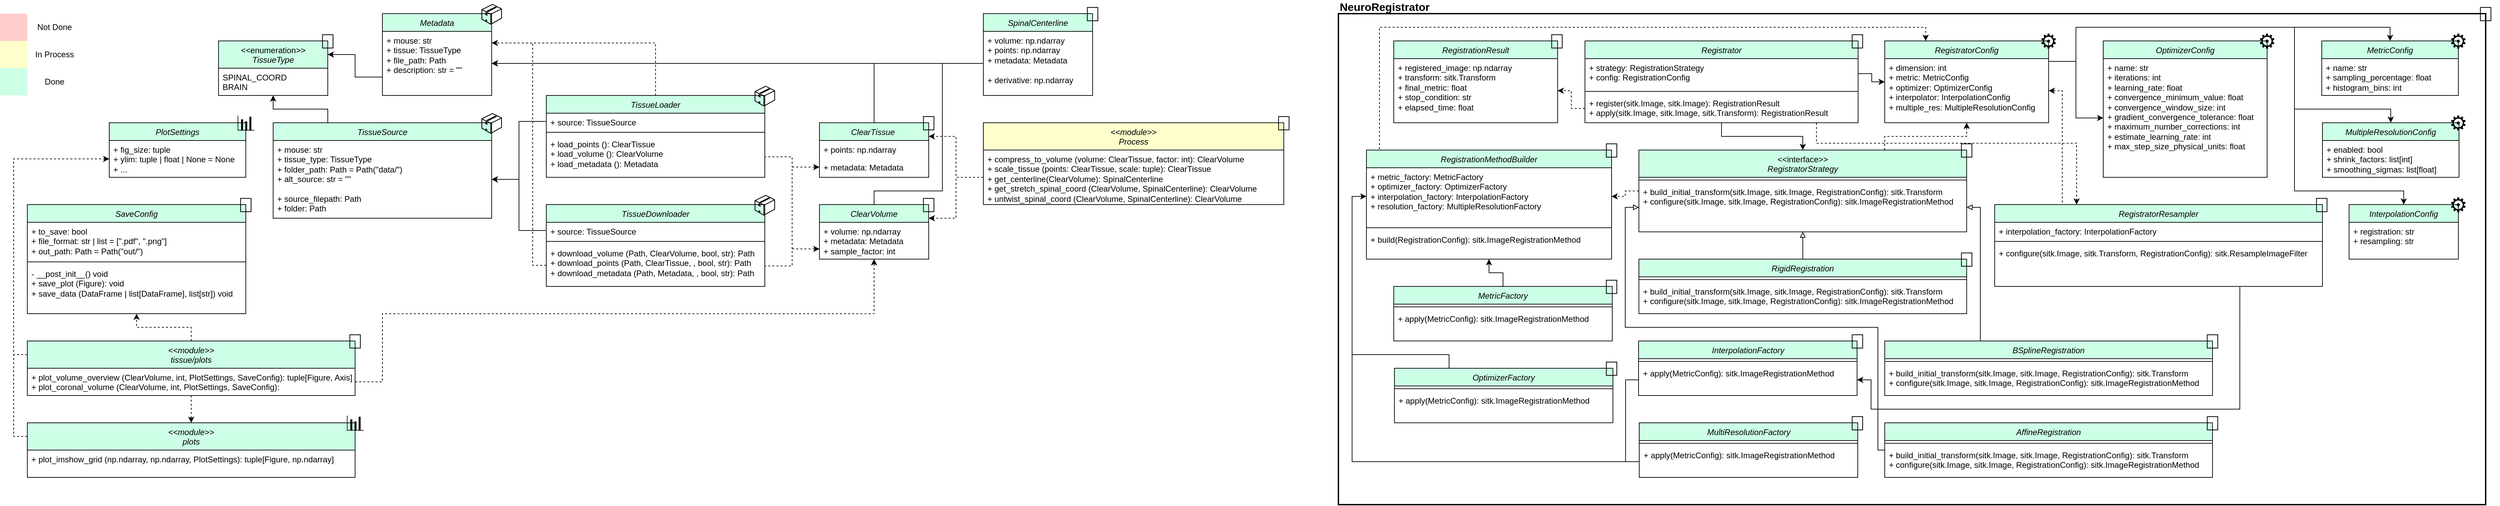
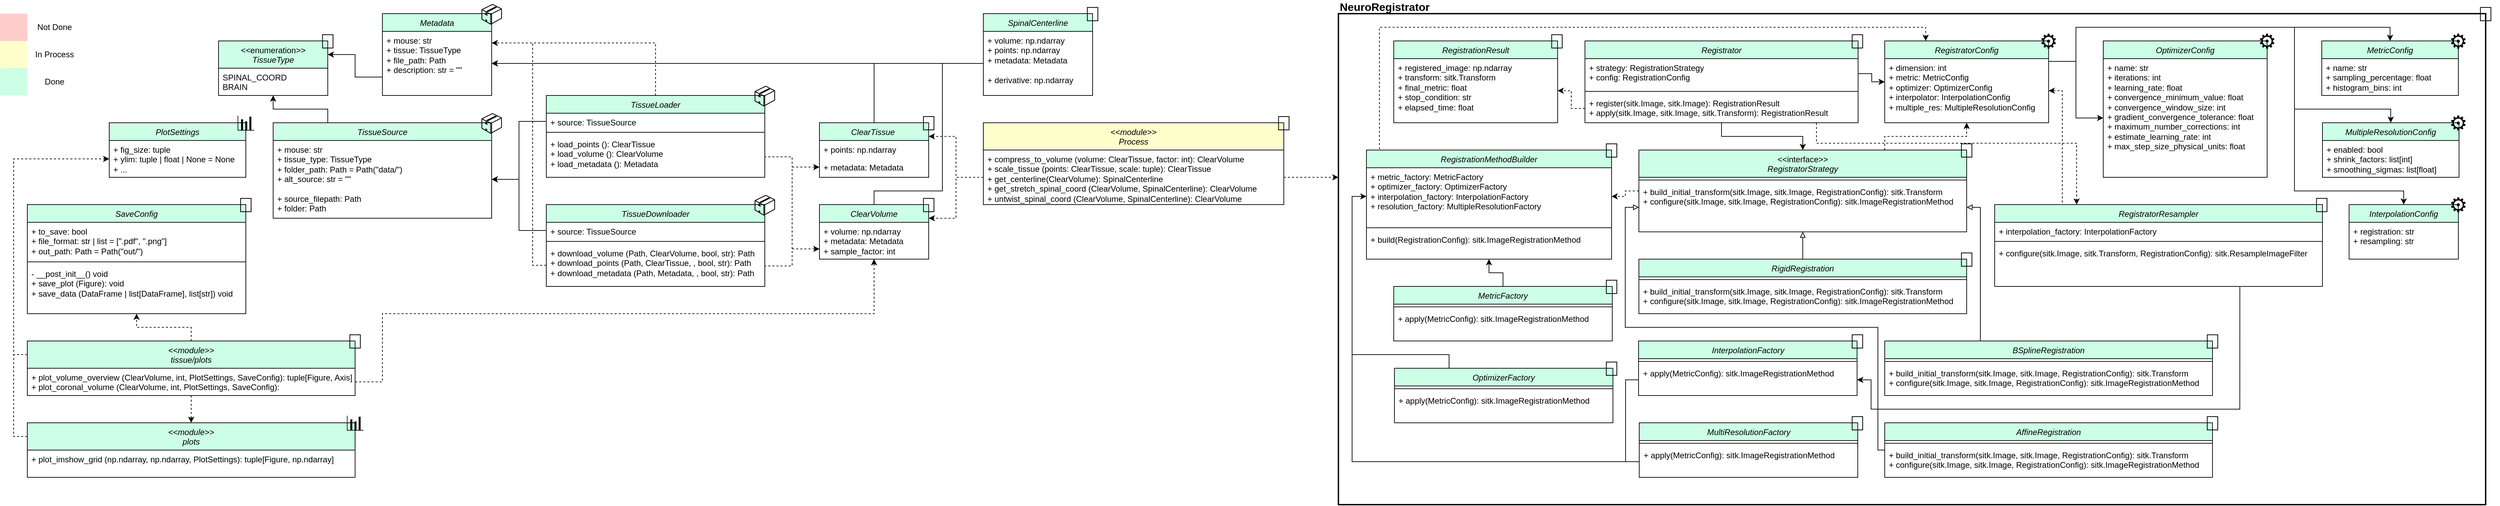
<mxfile host="Electron" agent="Mozilla/5.0 (Macintosh; Intel Mac OS X 10_15_7) AppleWebKit/537.36 (KHTML, like Gecko) draw.io/29.6.1 Chrome/142.0.7444.265 Electron/39.8.0 Safari/537.36" version="29.6.1">
  <diagram id="C5RBs43oDa-KdzZeNtuy" name="Page-1">
-     <mxGraphModel dx="2480" dy="1018" grid="1" gridSize="10" guides="1" tooltips="1" connect="1" arrows="1" fold="1" page="1" pageScale="1" pageWidth="827" pageHeight="1169" background="#FFFFFF" math="0" shadow="0">
+     <mxGraphModel dx="2204" dy="848" grid="1" gridSize="10" guides="1" tooltips="1" connect="1" arrows="1" fold="1" page="1" pageScale="1" pageWidth="827" pageHeight="1169" background="#FFFFFF" math="0" shadow="0">
      <root>
        <mxCell id="WIyWlLk6GJQsqaUBKTNV-0" />
        <mxCell id="WIyWlLk6GJQsqaUBKTNV-1" parent="WIyWlLk6GJQsqaUBKTNV-0" />
        <mxCell id="6p2dsxlrPh96HhOibHx7-169" parent="WIyWlLk6GJQsqaUBKTNV-1" style="rounded=0;whiteSpace=wrap;html=1;fillColor=none;strokeWidth=2;movable=0;resizable=0;rotatable=0;deletable=0;editable=0;locked=1;connectable=0;" value="" vertex="1">
          <mxGeometry height="720" width="1680" x="1160" y="40" as="geometry" />
        </mxCell>
        <mxCell id="VM2PziwSYxVi0D9SSNG6-13" parent="WIyWlLk6GJQsqaUBKTNV-1" style="swimlane;fontStyle=1;align=center;verticalAlign=top;childLayout=stackLayout;horizontal=1;startSize=26;horizontalStack=0;resizeParent=1;resizeParentMax=0;resizeLast=0;collapsible=1;marginBottom=0;whiteSpace=wrap;html=1;fillColor=light-dark(#CCFFE6,#1F2F1E);" value="&lt;div&gt;&lt;span style=&quot;font-weight: 400;&quot;&gt;&lt;i&gt;ClearVolume&lt;/i&gt;&lt;/span&gt;&lt;/div&gt;" vertex="1">
          <mxGeometry height="80" width="160" x="400" y="320" as="geometry" />
        </mxCell>
        <mxCell id="VM2PziwSYxVi0D9SSNG6-14" parent="VM2PziwSYxVi0D9SSNG6-13" style="text;strokeColor=none;fillColor=none;align=left;verticalAlign=top;spacingLeft=4;spacingRight=4;overflow=hidden;rotatable=0;points=[[0,0.5],[1,0.5]];portConstraint=eastwest;whiteSpace=wrap;html=1;" value="+ volume: np.ndarray&lt;div&gt;+ metadata: Metadata&lt;/div&gt;&lt;div&gt;&lt;font style=&quot;color: rgb(0, 0, 0);&quot;&gt;+ sample_factor: int&lt;/font&gt;&lt;/div&gt;" vertex="1">
          <mxGeometry height="54" width="160" y="26" as="geometry" />
        </mxCell>
        <mxCell id="9kSy1MCf90ZuvKtcXz_z-16" parent="WIyWlLk6GJQsqaUBKTNV-1" style="swimlane;fontStyle=1;align=center;verticalAlign=top;childLayout=stackLayout;horizontal=1;startSize=26;horizontalStack=0;resizeParent=1;resizeParentMax=0;resizeLast=0;collapsible=1;marginBottom=0;whiteSpace=wrap;html=1;fillColor=#CCFFE6;" value="&lt;i style=&quot;font-weight: normal;&quot;&gt;TissueDownloader&lt;/i&gt;" vertex="1">
          <mxGeometry height="120" width="320" y="320" as="geometry" />
        </mxCell>
        <mxCell id="9kSy1MCf90ZuvKtcXz_z-17" parent="9kSy1MCf90ZuvKtcXz_z-16" style="text;strokeColor=none;fillColor=none;align=left;verticalAlign=top;spacingLeft=4;spacingRight=4;overflow=hidden;rotatable=0;points=[[0,0.5],[1,0.5]];portConstraint=eastwest;whiteSpace=wrap;html=1;" value="+ source: TissueSource" vertex="1">
          <mxGeometry height="24" width="320" y="26" as="geometry" />
        </mxCell>
        <mxCell id="9kSy1MCf90ZuvKtcXz_z-18" parent="9kSy1MCf90ZuvKtcXz_z-16" style="line;strokeWidth=1;fillColor=none;align=left;verticalAlign=middle;spacingTop=-1;spacingLeft=3;spacingRight=3;rotatable=0;labelPosition=right;points=[];portConstraint=eastwest;strokeColor=inherit;" value="" vertex="1">
          <mxGeometry height="8" width="320" y="50" as="geometry" />
        </mxCell>
        <mxCell id="9kSy1MCf90ZuvKtcXz_z-59" edge="1" parent="9kSy1MCf90ZuvKtcXz_z-16" source="9kSy1MCf90ZuvKtcXz_z-19" style="edgeStyle=orthogonalEdgeStyle;rounded=0;orthogonalLoop=1;jettySize=auto;html=1;exitX=0;exitY=0.5;exitDx=0;exitDy=0;endArrow=none;endFill=0;dashed=1;">
          <mxGeometry relative="1" as="geometry">
            <mxPoint x="-20" y="-237" as="targetPoint" />
          </mxGeometry>
        </mxCell>
        <mxCell id="9kSy1MCf90ZuvKtcXz_z-19" parent="9kSy1MCf90ZuvKtcXz_z-16" style="text;strokeColor=none;fillColor=none;align=left;verticalAlign=top;spacingLeft=4;spacingRight=4;overflow=hidden;rotatable=0;points=[[0,0.5],[1,0.5]];portConstraint=eastwest;whiteSpace=wrap;html=1;" value="&lt;div&gt;&lt;span style=&quot;background-color: transparent; color: light-dark(rgb(0, 0, 0), rgb(255, 255, 255));&quot;&gt;+ download_volume (Path, ClearVolume, bool, str): Path&lt;/span&gt;&lt;/div&gt;&lt;div&gt;+ download_points (Path, ClearTissue,&amp;nbsp;&lt;span style=&quot;background-color: transparent; color: light-dark(rgb(0, 0, 0), rgb(255, 255, 255));&quot;&gt;, bool, str&lt;/span&gt;&lt;span style=&quot;background-color: transparent; color: light-dark(rgb(0, 0, 0), rgb(255, 255, 255));&quot;&gt;): Path&lt;/span&gt;&lt;/div&gt;&lt;div&gt;+ download_metadata (Path, Metadata,&amp;nbsp;&lt;span style=&quot;color: light-dark(rgb(0, 0, 0), rgb(255, 255, 255)); background-color: transparent;&quot;&gt;, bool, str&lt;/span&gt;&lt;span style=&quot;color: light-dark(rgb(0, 0, 0), rgb(255, 255, 255)); background-color: transparent;&quot;&gt;): Path&lt;/span&gt;&lt;span style=&quot;background-color: transparent; color: light-dark(rgb(0, 0, 0), rgb(255, 255, 255));&quot;&gt;&lt;/span&gt;&lt;/div&gt;" vertex="1">
          <mxGeometry height="62" width="320" y="58" as="geometry" />
        </mxCell>
        <mxCell id="9kSy1MCf90ZuvKtcXz_z-25" edge="1" parent="WIyWlLk6GJQsqaUBKTNV-1" source="9kSy1MCf90ZuvKtcXz_z-7" style="edgeStyle=orthogonalEdgeStyle;rounded=0;orthogonalLoop=1;jettySize=auto;html=1;exitX=0;exitY=0.25;exitDx=0;exitDy=0;entryX=0;entryY=0.5;entryDx=0;entryDy=0;dashed=1;" target="KJ-KwieZcmjA-HbrrtZJ-34">
          <mxGeometry relative="1" as="geometry" />
        </mxCell>
        <mxCell id="9kSy1MCf90ZuvKtcXz_z-7" parent="WIyWlLk6GJQsqaUBKTNV-1" style="swimlane;fontStyle=1;align=center;verticalAlign=top;childLayout=stackLayout;horizontal=1;startSize=40;horizontalStack=0;resizeParent=1;resizeParentMax=0;resizeLast=0;collapsible=1;marginBottom=0;whiteSpace=wrap;html=1;fillColor=#CCFFE6;" value="&lt;div&gt;&lt;i style=&quot;font-weight: normal;&quot;&gt;&amp;lt;&amp;lt;module&amp;gt;&amp;gt;&lt;/i&gt;&lt;i style=&quot;font-weight: normal;&quot;&gt;&lt;/i&gt;&lt;/div&gt;&lt;i style=&quot;font-weight: normal;&quot;&gt;plots&lt;/i&gt;" vertex="1">
          <mxGeometry height="80" width="480" x="-760" y="640" as="geometry" />
        </mxCell>
        <mxCell id="9kSy1MCf90ZuvKtcXz_z-8" parent="9kSy1MCf90ZuvKtcXz_z-7" style="text;strokeColor=none;fillColor=none;align=left;verticalAlign=top;spacingLeft=4;spacingRight=4;overflow=hidden;rotatable=0;points=[[0,0.5],[1,0.5]];portConstraint=eastwest;whiteSpace=wrap;html=1;" value="+ plot_imshow_grid (np.ndarray, np.ndarray, PlotSettings): tuple[Figure, np.ndarray]" vertex="1">
          <mxGeometry height="40" width="480" y="40" as="geometry" />
        </mxCell>
        <mxCell id="9kSy1MCf90ZuvKtcXz_z-2" parent="WIyWlLk6GJQsqaUBKTNV-1" style="swimlane;fontStyle=1;align=center;verticalAlign=top;childLayout=stackLayout;horizontal=1;startSize=26;horizontalStack=0;resizeParent=1;resizeParentMax=0;resizeLast=0;collapsible=1;marginBottom=0;whiteSpace=wrap;html=1;fillColor=#CCFFE6;" value="&lt;i style=&quot;font-weight: normal;&quot;&gt;SaveConfig&lt;/i&gt;" vertex="1">
          <mxGeometry height="160" width="320" x="-760" y="320" as="geometry" />
        </mxCell>
        <mxCell id="9kSy1MCf90ZuvKtcXz_z-3" parent="9kSy1MCf90ZuvKtcXz_z-2" style="text;strokeColor=none;fillColor=none;align=left;verticalAlign=top;spacingLeft=4;spacingRight=4;overflow=hidden;rotatable=0;points=[[0,0.5],[1,0.5]];portConstraint=eastwest;whiteSpace=wrap;html=1;" value="+ to_save&lt;span style=&quot;color: light-dark(rgb(0, 0, 0), rgb(255, 255, 255)); background-color: transparent;&quot;&gt;: bool&lt;/span&gt;&lt;div&gt;+ file_format: str | list = [&quot;.pdf&quot;, &quot;.png&quot;]&lt;/div&gt;&lt;div&gt;+ out_path: Path = Path(&quot;out/&quot;)&lt;/div&gt;" vertex="1">
          <mxGeometry height="54" width="320" y="26" as="geometry" />
        </mxCell>
        <mxCell id="9kSy1MCf90ZuvKtcXz_z-4" parent="9kSy1MCf90ZuvKtcXz_z-2" style="line;strokeWidth=1;fillColor=none;align=left;verticalAlign=middle;spacingTop=-1;spacingLeft=3;spacingRight=3;rotatable=0;labelPosition=right;points=[];portConstraint=eastwest;strokeColor=inherit;" value="" vertex="1">
          <mxGeometry height="8" width="320" y="80" as="geometry" />
        </mxCell>
        <mxCell id="9kSy1MCf90ZuvKtcXz_z-5" parent="9kSy1MCf90ZuvKtcXz_z-2" style="text;strokeColor=none;fillColor=none;align=left;verticalAlign=top;spacingLeft=4;spacingRight=4;overflow=hidden;rotatable=0;points=[[0,0.5],[1,0.5]];portConstraint=eastwest;whiteSpace=wrap;html=1;" value="&lt;div&gt;- __post_init__() void&lt;/div&gt;+ save_plot (Figure): void&lt;div&gt;+ save_data (DataFrame | list[DataFrame], list[str]) void&lt;/div&gt;" vertex="1">
          <mxGeometry height="72" width="320" y="88" as="geometry" />
        </mxCell>
        <mxCell id="9kSy1MCf90ZuvKtcXz_z-50" edge="1" parent="WIyWlLk6GJQsqaUBKTNV-1" source="zkfFHV4jXpPFQw0GAbJ--0" style="edgeStyle=orthogonalEdgeStyle;rounded=0;orthogonalLoop=1;jettySize=auto;html=1;exitX=0.5;exitY=0;exitDx=0;exitDy=0;entryX=1;entryY=0.5;entryDx=0;entryDy=0;" target="KJ-KwieZcmjA-HbrrtZJ-59">
          <mxGeometry relative="1" as="geometry" />
        </mxCell>
        <mxCell id="zkfFHV4jXpPFQw0GAbJ--0" parent="WIyWlLk6GJQsqaUBKTNV-1" style="swimlane;fontStyle=2;align=center;verticalAlign=top;childLayout=stackLayout;horizontal=1;startSize=26;horizontalStack=0;resizeParent=1;resizeLast=0;collapsible=1;marginBottom=0;rounded=0;shadow=0;strokeWidth=1;fillColor=#CCFFE6;" value="ClearTissue " vertex="1">
          <mxGeometry height="80" width="160" x="400" y="200" as="geometry">
            <mxRectangle height="26" width="160" x="360" y="40" as="alternateBounds" />
          </mxGeometry>
        </mxCell>
        <mxCell id="zkfFHV4jXpPFQw0GAbJ--1" parent="zkfFHV4jXpPFQw0GAbJ--0" style="text;align=left;verticalAlign=top;spacingLeft=4;spacingRight=4;overflow=hidden;rotatable=0;points=[[0,0.5],[1,0.5]];portConstraint=eastwest;" value="+ points: np.ndarray" vertex="1">
          <mxGeometry height="26" width="160" y="26" as="geometry" />
        </mxCell>
        <mxCell id="zkfFHV4jXpPFQw0GAbJ--2" parent="zkfFHV4jXpPFQw0GAbJ--0" style="text;align=left;verticalAlign=top;spacingLeft=4;spacingRight=4;overflow=hidden;rotatable=0;points=[[0,0.5],[1,0.5]];portConstraint=eastwest;rounded=0;shadow=0;html=0;" value="+ metadata: Metadata" vertex="1">
          <mxGeometry height="26" width="160" y="52" as="geometry" />
        </mxCell>
        <mxCell id="9kSy1MCf90ZuvKtcXz_z-58" edge="1" parent="WIyWlLk6GJQsqaUBKTNV-1" source="KJ-KwieZcmjA-HbrrtZJ-0" style="edgeStyle=orthogonalEdgeStyle;rounded=0;orthogonalLoop=1;jettySize=auto;html=1;exitX=0.5;exitY=0;exitDx=0;exitDy=0;entryX=1;entryY=0.5;entryDx=0;entryDy=0;dashed=1;">
          <mxGeometry relative="1" as="geometry">
            <Array as="points">
              <mxPoint x="160" y="83" />
            </Array>
            <mxPoint x="160" y="130" as="sourcePoint" />
            <mxPoint x="-80" y="83" as="targetPoint" />
          </mxGeometry>
        </mxCell>
        <mxCell id="KJ-KwieZcmjA-HbrrtZJ-0" parent="WIyWlLk6GJQsqaUBKTNV-1" style="swimlane;fontStyle=1;align=center;verticalAlign=top;childLayout=stackLayout;horizontal=1;startSize=26;horizontalStack=0;resizeParent=1;resizeParentMax=0;resizeLast=0;collapsible=1;marginBottom=0;whiteSpace=wrap;html=1;fillColor=#CCFFE6;" value="&lt;i style=&quot;font-weight: normal;&quot;&gt;TissueLoader&lt;/i&gt;" vertex="1">
          <mxGeometry height="120" width="320" y="160" as="geometry" />
        </mxCell>
        <mxCell id="KJ-KwieZcmjA-HbrrtZJ-1" parent="KJ-KwieZcmjA-HbrrtZJ-0" style="text;strokeColor=none;fillColor=none;align=left;verticalAlign=top;spacingLeft=4;spacingRight=4;overflow=hidden;rotatable=0;points=[[0,0.5],[1,0.5]];portConstraint=eastwest;whiteSpace=wrap;html=1;" value="&lt;div&gt;+ source: TissueSource&lt;/div&gt;" vertex="1">
          <mxGeometry height="24" width="320" y="26" as="geometry" />
        </mxCell>
        <mxCell id="KJ-KwieZcmjA-HbrrtZJ-2" parent="KJ-KwieZcmjA-HbrrtZJ-0" style="line;strokeWidth=1;fillColor=none;align=left;verticalAlign=middle;spacingTop=-1;spacingLeft=3;spacingRight=3;rotatable=0;labelPosition=right;points=[];portConstraint=eastwest;strokeColor=inherit;" value="" vertex="1">
          <mxGeometry height="8" width="320" y="50" as="geometry" />
        </mxCell>
        <mxCell id="KJ-KwieZcmjA-HbrrtZJ-3" parent="KJ-KwieZcmjA-HbrrtZJ-0" style="text;strokeColor=none;fillColor=none;align=left;verticalAlign=top;spacingLeft=4;spacingRight=4;overflow=hidden;rotatable=0;points=[[0,0.5],[1,0.5]];portConstraint=eastwest;whiteSpace=wrap;html=1;" value="&lt;div&gt;&lt;span style=&quot;background-color: transparent; color: light-dark(rgb(0, 0, 0), rgb(255, 255, 255));&quot;&gt;+ load_points (): ClearTissue&lt;/span&gt;&lt;/div&gt;&lt;div&gt;&lt;span style=&quot;background-color: transparent;&quot;&gt;&lt;font style=&quot;color: light-dark(rgb(0, 0, 0), rgb(255, 255, 255));&quot;&gt;+ load_volume (): ClearVolume&lt;/font&gt;&lt;/span&gt;&lt;/div&gt;&lt;div&gt;&lt;span style=&quot;background-color: transparent;&quot;&gt;&lt;font style=&quot;color: light-dark(rgb(0, 0, 0), rgb(255, 255, 255));&quot;&gt;+ load_metadata (): Metadata&lt;/font&gt;&lt;/span&gt;&lt;/div&gt;" vertex="1">
          <mxGeometry height="62" width="320" y="58" as="geometry" />
        </mxCell>
        <mxCell id="9kSy1MCf90ZuvKtcXz_z-61" edge="1" parent="WIyWlLk6GJQsqaUBKTNV-1" style="edgeStyle=orthogonalEdgeStyle;rounded=0;orthogonalLoop=1;jettySize=auto;html=1;exitX=0.5;exitY=0;exitDx=0;exitDy=0;entryX=1;entryY=0.5;entryDx=0;entryDy=0;" target="KJ-KwieZcmjA-HbrrtZJ-59">
          <mxGeometry relative="1" as="geometry">
            <Array as="points">
              <mxPoint x="480" y="300" />
              <mxPoint x="580" y="300" />
              <mxPoint x="580" y="113" />
            </Array>
            <mxPoint x="480" y="320" as="sourcePoint" />
          </mxGeometry>
        </mxCell>
        <mxCell id="KJ-KwieZcmjA-HbrrtZJ-23" parent="WIyWlLk6GJQsqaUBKTNV-1" style="swimlane;fontStyle=1;align=center;verticalAlign=top;childLayout=stackLayout;horizontal=1;startSize=40;horizontalStack=0;resizeParent=1;resizeParentMax=0;resizeLast=0;collapsible=1;marginBottom=0;whiteSpace=wrap;html=1;fillColor=light-dark(#FFFFCC,#1F2F1E);" value="&lt;div&gt;&lt;i style=&quot;font-weight: normal;&quot;&gt;&amp;lt;&amp;lt;module&amp;gt;&amp;gt;&lt;/i&gt;&lt;/div&gt;&lt;i style=&quot;font-weight: normal;&quot;&gt;Process&lt;/i&gt;" vertex="1">
          <mxGeometry height="120" width="440" x="640" y="200" as="geometry" />
        </mxCell>
+         <mxCell id="6p2dsxlrPh96HhOibHx7-187" edge="1" parent="KJ-KwieZcmjA-HbrrtZJ-23" source="KJ-KwieZcmjA-HbrrtZJ-26" style="edgeStyle=orthogonalEdgeStyle;rounded=0;orthogonalLoop=1;jettySize=auto;html=1;exitX=1;exitY=0.5;exitDx=0;exitDy=0;dashed=1;">
+           <mxGeometry relative="1" as="geometry">
+             <mxPoint x="520" y="80" as="targetPoint" />
+           </mxGeometry>
+         </mxCell>
        <mxCell id="KJ-KwieZcmjA-HbrrtZJ-26" parent="KJ-KwieZcmjA-HbrrtZJ-23" style="text;strokeColor=none;fillColor=none;align=left;verticalAlign=top;spacingLeft=4;spacingRight=4;overflow=hidden;rotatable=0;points=[[0,0.5],[1,0.5]];portConstraint=eastwest;whiteSpace=wrap;html=1;" value="+ compress_to_volume (volume: ClearTissue, factor: int): ClearVolume&lt;div&gt;+ scale_tissue (points: ClearTissue, scale: tuple): ClearTissue&lt;/div&gt;&lt;div&gt;&lt;font style=&quot;color: rgb(0, 0, 0);&quot;&gt;+ get_centerline(ClearVolume):&amp;nbsp;&lt;span style=&quot;background-color: transparent; text-align: center;&quot;&gt;SpinalCenterline&lt;/span&gt;&lt;/font&gt;&lt;/div&gt;&lt;div&gt;&lt;font style=&quot;color: rgb(0, 0, 0);&quot;&gt;&lt;span style=&quot;background-color: transparent; text-align: center;&quot;&gt;+ get_stretch_spinal_coord (ClearVolume, SpinalCenterline): ClearVolume&lt;/span&gt;&lt;/font&gt;&lt;/div&gt;&lt;div&gt;&lt;font style=&quot;color: rgb(0, 0, 0);&quot;&gt;&lt;span style=&quot;background-color: transparent; text-align: center;&quot;&gt;+ untwist_spinal_coord (ClearVolume, SpinalCenterline): ClearVolume&lt;/span&gt;&lt;/font&gt;&lt;/div&gt;" vertex="1">
          <mxGeometry height="80" width="440" y="40" as="geometry" />
        </mxCell>
        <mxCell id="KJ-KwieZcmjA-HbrrtZJ-27" edge="1" parent="WIyWlLk6GJQsqaUBKTNV-1" source="KJ-KwieZcmjA-HbrrtZJ-26" style="edgeStyle=orthogonalEdgeStyle;rounded=0;orthogonalLoop=1;jettySize=auto;html=1;exitX=0;exitY=0.5;exitDx=0;exitDy=0;entryX=1;entryY=0.25;entryDx=0;entryDy=0;dashed=1;" target="zkfFHV4jXpPFQw0GAbJ--0">
          <mxGeometry relative="1" as="geometry" />
        </mxCell>
        <mxCell id="KJ-KwieZcmjA-HbrrtZJ-28" edge="1" parent="WIyWlLk6GJQsqaUBKTNV-1" source="KJ-KwieZcmjA-HbrrtZJ-26" style="edgeStyle=orthogonalEdgeStyle;rounded=0;orthogonalLoop=1;jettySize=auto;html=1;exitX=0;exitY=0.5;exitDx=0;exitDy=0;entryX=1;entryY=0.25;entryDx=0;entryDy=0;dashed=1;" target="VM2PziwSYxVi0D9SSNG6-13">
          <mxGeometry relative="1" as="geometry">
            <mxPoint x="560" y="340" as="targetPoint" />
          </mxGeometry>
        </mxCell>
        <mxCell id="9kSy1MCf90ZuvKtcXz_z-9" edge="1" parent="WIyWlLk6GJQsqaUBKTNV-1" source="KJ-KwieZcmjA-HbrrtZJ-29" style="edgeStyle=orthogonalEdgeStyle;rounded=0;orthogonalLoop=1;jettySize=auto;html=1;exitX=0.5;exitY=1;exitDx=0;exitDy=0;entryX=0.5;entryY=0;entryDx=0;entryDy=0;dashed=1;" target="9kSy1MCf90ZuvKtcXz_z-7">
          <mxGeometry relative="1" as="geometry" />
        </mxCell>
        <mxCell id="9kSy1MCf90ZuvKtcXz_z-29" edge="1" parent="WIyWlLk6GJQsqaUBKTNV-1" source="KJ-KwieZcmjA-HbrrtZJ-29" style="edgeStyle=orthogonalEdgeStyle;rounded=0;orthogonalLoop=1;jettySize=auto;html=1;exitX=0;exitY=0.25;exitDx=0;exitDy=0;dashed=1;endArrow=none;endFill=0;">
          <mxGeometry relative="1" as="geometry">
            <mxPoint x="-780" y="540" as="targetPoint" />
          </mxGeometry>
        </mxCell>
        <mxCell id="9kSy1MCf90ZuvKtcXz_z-30" edge="1" parent="WIyWlLk6GJQsqaUBKTNV-1" source="KJ-KwieZcmjA-HbrrtZJ-29" style="edgeStyle=orthogonalEdgeStyle;rounded=0;orthogonalLoop=1;jettySize=auto;html=1;exitX=0.5;exitY=0;exitDx=0;exitDy=0;dashed=1;" target="9kSy1MCf90ZuvKtcXz_z-2">
          <mxGeometry relative="1" as="geometry" />
        </mxCell>
        <mxCell id="KJ-KwieZcmjA-HbrrtZJ-29" parent="WIyWlLk6GJQsqaUBKTNV-1" style="swimlane;fontStyle=1;align=center;verticalAlign=top;childLayout=stackLayout;horizontal=1;startSize=40;horizontalStack=0;resizeParent=1;resizeParentMax=0;resizeLast=0;collapsible=1;marginBottom=0;whiteSpace=wrap;html=1;fillColor=#CCFFE6;" value="&lt;div&gt;&lt;i style=&quot;font-weight: normal;&quot;&gt;&amp;lt;&amp;lt;module&amp;gt;&amp;gt;&lt;/i&gt;&lt;i style=&quot;font-weight: normal;&quot;&gt;&lt;/i&gt;&lt;/div&gt;&lt;i style=&quot;font-weight: normal;&quot;&gt;tissue/plots&lt;/i&gt;" vertex="1">
          <mxGeometry height="80" width="480" x="-760" y="520" as="geometry" />
        </mxCell>
        <mxCell id="KJ-KwieZcmjA-HbrrtZJ-32" parent="KJ-KwieZcmjA-HbrrtZJ-29" style="text;strokeColor=none;fillColor=none;align=left;verticalAlign=top;spacingLeft=4;spacingRight=4;overflow=hidden;rotatable=0;points=[[0,0.5],[1,0.5]];portConstraint=eastwest;whiteSpace=wrap;html=1;" value="+ plot_volume_overview (ClearVolume, int, PlotSettings, SaveConfig): tuple[Figure, Axis]&lt;div&gt;+ plot_coronal_volume&amp;nbsp;&lt;span style=&quot;background-color: transparent; color: light-dark(rgb(0, 0, 0), rgb(255, 255, 255));&quot;&gt;(ClearVolume, int,&amp;nbsp;&lt;/span&gt;PlotSettings&lt;span style=&quot;background-color: transparent; color: light-dark(rgb(0, 0, 0), rgb(255, 255, 255));&quot;&gt;, SaveConfig):&lt;/span&gt;&lt;/div&gt;" vertex="1">
          <mxGeometry height="40" width="480" y="40" as="geometry" />
        </mxCell>
        <mxCell id="KJ-KwieZcmjA-HbrrtZJ-33" parent="WIyWlLk6GJQsqaUBKTNV-1" style="swimlane;fontStyle=1;align=center;verticalAlign=top;childLayout=stackLayout;horizontal=1;startSize=26;horizontalStack=0;resizeParent=1;resizeParentMax=0;resizeLast=0;collapsible=1;marginBottom=0;whiteSpace=wrap;html=1;fillColor=#CCFFE6;" value="&lt;span style=&quot;font-weight: 400; text-align: left;&quot;&gt;&lt;i&gt;PlotSettings&lt;/i&gt;&lt;/span&gt;" vertex="1">
          <mxGeometry height="80" width="200" x="-640" y="200" as="geometry" />
        </mxCell>
        <mxCell id="KJ-KwieZcmjA-HbrrtZJ-34" parent="KJ-KwieZcmjA-HbrrtZJ-33" style="text;strokeColor=none;fillColor=none;align=left;verticalAlign=top;spacingLeft=4;spacingRight=4;overflow=hidden;rotatable=0;points=[[0,0.5],[1,0.5]];portConstraint=eastwest;whiteSpace=wrap;html=1;" value="+ fig_size: tuple&lt;div&gt;+ ylim: tuple | float | None = None&lt;/div&gt;&lt;div&gt;+ ...&lt;/div&gt;" vertex="1">
          <mxGeometry height="54" width="200" y="26" as="geometry" />
        </mxCell>
        <mxCell id="KJ-KwieZcmjA-HbrrtZJ-43" parent="WIyWlLk6GJQsqaUBKTNV-1" style="rounded=0;whiteSpace=wrap;html=1;strokeColor=none;fillColor=#CCFFE6;" value="" vertex="1">
          <mxGeometry height="40" width="40" x="-800" y="120" as="geometry" />
        </mxCell>
        <mxCell id="KJ-KwieZcmjA-HbrrtZJ-44" parent="WIyWlLk6GJQsqaUBKTNV-1" style="rounded=0;whiteSpace=wrap;html=1;strokeColor=none;fillColor=#FFFFCC;" value="" vertex="1">
          <mxGeometry height="40" width="40" x="-800" y="80" as="geometry" />
        </mxCell>
        <mxCell id="KJ-KwieZcmjA-HbrrtZJ-45" parent="WIyWlLk6GJQsqaUBKTNV-1" style="rounded=0;whiteSpace=wrap;html=1;strokeColor=none;fillColor=#FFCCCC;" value="" vertex="1">
          <mxGeometry height="40" width="40" x="-800" y="40" as="geometry" />
        </mxCell>
        <mxCell id="KJ-KwieZcmjA-HbrrtZJ-46" parent="WIyWlLk6GJQsqaUBKTNV-1" style="text;html=1;whiteSpace=wrap;strokeColor=none;fillColor=none;align=center;verticalAlign=middle;rounded=0;" value="Not Done" vertex="1">
          <mxGeometry height="40" width="80" x="-760" y="40" as="geometry" />
        </mxCell>
        <mxCell id="KJ-KwieZcmjA-HbrrtZJ-47" parent="WIyWlLk6GJQsqaUBKTNV-1" style="text;html=1;whiteSpace=wrap;strokeColor=none;fillColor=none;align=center;verticalAlign=middle;rounded=0;" value="In Process" vertex="1">
          <mxGeometry height="40" width="80" x="-760" y="80" as="geometry" />
        </mxCell>
        <mxCell id="KJ-KwieZcmjA-HbrrtZJ-48" parent="WIyWlLk6GJQsqaUBKTNV-1" style="text;html=1;whiteSpace=wrap;strokeColor=none;fillColor=none;align=center;verticalAlign=middle;rounded=0;" value="Done" vertex="1">
          <mxGeometry height="40" width="80" x="-760" y="120" as="geometry" />
        </mxCell>
        <mxCell id="KJ-KwieZcmjA-HbrrtZJ-51" parent="WIyWlLk6GJQsqaUBKTNV-1" style="text;html=1;whiteSpace=wrap;strokeColor=none;fillColor=none;align=center;verticalAlign=middle;rounded=0;fontSize=30;" value="📦" vertex="1">
          <mxGeometry height="40" width="40" x="300" y="140" as="geometry" />
        </mxCell>
        <mxCell id="KJ-KwieZcmjA-HbrrtZJ-52" parent="WIyWlLk6GJQsqaUBKTNV-1" style="text;html=1;whiteSpace=wrap;strokeColor=none;fillColor=none;align=center;verticalAlign=middle;rounded=0;fontSize=30;" value="🧪" vertex="1">
          <mxGeometry height="40" width="40" x="540" y="180" as="geometry" />
        </mxCell>
        <mxCell id="KJ-KwieZcmjA-HbrrtZJ-53" parent="WIyWlLk6GJQsqaUBKTNV-1" style="text;html=1;whiteSpace=wrap;strokeColor=none;fillColor=none;align=center;verticalAlign=middle;rounded=0;fontSize=30;" value="🧪" vertex="1">
          <mxGeometry height="40" width="40" x="540" y="300" as="geometry" />
        </mxCell>
        <mxCell id="KJ-KwieZcmjA-HbrrtZJ-54" parent="WIyWlLk6GJQsqaUBKTNV-1" style="text;html=1;whiteSpace=wrap;strokeColor=none;fillColor=none;align=center;verticalAlign=middle;rounded=0;fontSize=30;" value="📊" vertex="1">
          <mxGeometry height="40" width="40" x="-300" y="620" as="geometry" />
        </mxCell>
        <mxCell id="KJ-KwieZcmjA-HbrrtZJ-55" parent="WIyWlLk6GJQsqaUBKTNV-1" style="text;html=1;whiteSpace=wrap;strokeColor=none;fillColor=none;align=center;verticalAlign=middle;rounded=0;fontSize=30;" value="📊" vertex="1">
          <mxGeometry height="40" width="40" x="-460" y="180" as="geometry" />
        </mxCell>
        <mxCell id="KJ-KwieZcmjA-HbrrtZJ-56" parent="WIyWlLk6GJQsqaUBKTNV-1" style="text;html=1;whiteSpace=wrap;strokeColor=none;fillColor=none;align=center;verticalAlign=middle;rounded=0;fontSize=30;" value="💾" vertex="1">
          <mxGeometry height="40" width="40" x="-460" y="300" as="geometry" />
        </mxCell>
        <mxCell id="KJ-KwieZcmjA-HbrrtZJ-57" parent="WIyWlLk6GJQsqaUBKTNV-1" style="text;html=1;whiteSpace=wrap;strokeColor=none;fillColor=none;align=center;verticalAlign=middle;rounded=0;fontSize=30;" value="🍔" vertex="1">
          <mxGeometry height="40" width="40" x="1060" y="180" as="geometry" />
        </mxCell>
        <mxCell id="KJ-KwieZcmjA-HbrrtZJ-58" parent="WIyWlLk6GJQsqaUBKTNV-1" style="swimlane;fontStyle=1;align=center;verticalAlign=top;childLayout=stackLayout;horizontal=1;startSize=26;horizontalStack=0;resizeParent=1;resizeParentMax=0;resizeLast=0;collapsible=1;marginBottom=0;whiteSpace=wrap;html=1;fillColor=#CCFFE6;" value="&lt;i style=&quot;font-weight: normal;&quot;&gt;Metadata&lt;/i&gt;" vertex="1">
          <mxGeometry height="120" width="160" x="-240" y="40" as="geometry" />
        </mxCell>
        <mxCell id="KJ-KwieZcmjA-HbrrtZJ-59" parent="KJ-KwieZcmjA-HbrrtZJ-58" style="text;strokeColor=none;fillColor=none;align=left;verticalAlign=top;spacingLeft=4;spacingRight=4;overflow=hidden;rotatable=0;points=[[0,0.5],[1,0.5]];portConstraint=eastwest;whiteSpace=wrap;html=1;" value="+ mouse: str&lt;div&gt;+ tissue: TissueType&lt;/div&gt;&lt;div&gt;+ file_path: Path&lt;/div&gt;&lt;div&gt;+ description: str = &quot;&quot;&lt;/div&gt;" vertex="1">
          <mxGeometry height="94" width="160" y="26" as="geometry" />
        </mxCell>
        <mxCell id="KJ-KwieZcmjA-HbrrtZJ-65" edge="1" parent="WIyWlLk6GJQsqaUBKTNV-1" source="KJ-KwieZcmjA-HbrrtZJ-59" style="edgeStyle=orthogonalEdgeStyle;rounded=0;orthogonalLoop=1;jettySize=auto;html=1;entryX=1;entryY=0.25;entryDx=0;entryDy=0;" target="KJ-KwieZcmjA-HbrrtZJ-62" value="">
          <mxGeometry relative="1" as="geometry">
            <Array as="points">
              <mxPoint x="-280" y="133" />
              <mxPoint x="-280" y="100" />
            </Array>
          </mxGeometry>
        </mxCell>
        <mxCell id="9kSy1MCf90ZuvKtcXz_z-6" parent="WIyWlLk6GJQsqaUBKTNV-1" style="text;html=1;whiteSpace=wrap;strokeColor=none;fillColor=none;align=center;verticalAlign=middle;rounded=0;fontSize=30;" value="🧪" vertex="1">
          <mxGeometry height="40" width="40" x="-300" y="500" as="geometry" />
        </mxCell>
        <mxCell id="9kSy1MCf90ZuvKtcXz_z-15" parent="WIyWlLk6GJQsqaUBKTNV-1" style="text;html=1;whiteSpace=wrap;strokeColor=none;fillColor=none;align=center;verticalAlign=middle;rounded=0;fontSize=30;" value="📦" vertex="1">
          <mxGeometry height="40" width="40" x="300" y="300" as="geometry" />
        </mxCell>
        <mxCell id="KJ-KwieZcmjA-HbrrtZJ-62" parent="WIyWlLk6GJQsqaUBKTNV-1" style="swimlane;fontStyle=1;align=center;verticalAlign=top;childLayout=stackLayout;horizontal=1;startSize=40;horizontalStack=0;resizeParent=1;resizeParentMax=0;resizeLast=0;collapsible=1;marginBottom=0;whiteSpace=wrap;html=1;fillColor=#CCFFE6;" value="&lt;i style=&quot;font-weight: 400;&quot;&gt;&amp;lt;&amp;lt;&lt;/i&gt;&lt;span style=&quot;font-weight: 400;&quot;&gt;enumeration&lt;/span&gt;&lt;i style=&quot;font-weight: 400;&quot;&gt;&amp;gt;&amp;gt;&lt;/i&gt;&lt;br style=&quot;font-weight: 400;&quot;&gt;&lt;i style=&quot;font-weight: 400;&quot;&gt;TissueType&lt;/i&gt;" vertex="1">
          <mxGeometry height="80" width="160" x="-480" y="80" as="geometry" />
        </mxCell>
        <mxCell id="KJ-KwieZcmjA-HbrrtZJ-63" parent="KJ-KwieZcmjA-HbrrtZJ-62" style="text;strokeColor=none;fillColor=none;align=left;verticalAlign=top;spacingLeft=4;spacingRight=4;overflow=hidden;rotatable=0;points=[[0,0.5],[1,0.5]];portConstraint=eastwest;whiteSpace=wrap;html=1;" value="SPINAL_COORD&lt;div&gt;BRAIN&lt;/div&gt;" vertex="1">
          <mxGeometry height="40" width="160" y="40" as="geometry" />
        </mxCell>
        <mxCell id="9kSy1MCf90ZuvKtcXz_z-45" edge="1" parent="WIyWlLk6GJQsqaUBKTNV-1" source="9kSy1MCf90ZuvKtcXz_z-41" style="edgeStyle=orthogonalEdgeStyle;rounded=0;orthogonalLoop=1;jettySize=auto;html=1;exitX=0.25;exitY=0;exitDx=0;exitDy=0;" target="KJ-KwieZcmjA-HbrrtZJ-62">
          <mxGeometry relative="1" as="geometry" />
        </mxCell>
        <mxCell id="9kSy1MCf90ZuvKtcXz_z-41" parent="WIyWlLk6GJQsqaUBKTNV-1" style="swimlane;fontStyle=1;align=center;verticalAlign=top;childLayout=stackLayout;horizontal=1;startSize=26;horizontalStack=0;resizeParent=1;resizeParentMax=0;resizeLast=0;collapsible=1;marginBottom=0;whiteSpace=wrap;html=1;fillColor=#CCFFE6;" value="&lt;i style=&quot;font-weight: normal;&quot;&gt;TissueSource&lt;/i&gt;" vertex="1">
          <mxGeometry height="140" width="320" x="-400" y="200" as="geometry" />
        </mxCell>
        <mxCell id="9kSy1MCf90ZuvKtcXz_z-42" parent="9kSy1MCf90ZuvKtcXz_z-41" style="text;strokeColor=none;fillColor=none;align=left;verticalAlign=top;spacingLeft=4;spacingRight=4;overflow=hidden;rotatable=0;points=[[0,0.5],[1,0.5]];portConstraint=eastwest;whiteSpace=wrap;html=1;" value="&lt;div&gt;+ mouse: str&lt;/div&gt;&lt;div&gt;+ tissue_type: TissueType&lt;/div&gt;&lt;div&gt;+ folder_path: Path = Path(&quot;data/&quot;)&lt;/div&gt;&lt;div&gt;+ alt_source: str = &quot;&quot;&lt;/div&gt;&lt;div&gt;&lt;br&gt;&lt;/div&gt;&lt;div&gt;+ source_filepath: Path&lt;/div&gt;&lt;div&gt;+ folder: Path&lt;/div&gt;" vertex="1">
          <mxGeometry height="114" width="320" y="26" as="geometry" />
        </mxCell>
        <mxCell id="9kSy1MCf90ZuvKtcXz_z-46" edge="1" parent="WIyWlLk6GJQsqaUBKTNV-1" source="KJ-KwieZcmjA-HbrrtZJ-1" style="edgeStyle=orthogonalEdgeStyle;rounded=0;orthogonalLoop=1;jettySize=auto;html=1;exitX=0;exitY=0.5;exitDx=0;exitDy=0;entryX=1;entryY=0.5;entryDx=0;entryDy=0;" target="9kSy1MCf90ZuvKtcXz_z-42">
          <mxGeometry relative="1" as="geometry" />
        </mxCell>
        <mxCell id="9kSy1MCf90ZuvKtcXz_z-47" edge="1" parent="WIyWlLk6GJQsqaUBKTNV-1" source="9kSy1MCf90ZuvKtcXz_z-17" style="edgeStyle=orthogonalEdgeStyle;rounded=0;orthogonalLoop=1;jettySize=auto;html=1;exitX=0;exitY=0.5;exitDx=0;exitDy=0;" target="9kSy1MCf90ZuvKtcXz_z-42">
          <mxGeometry relative="1" as="geometry" />
        </mxCell>
        <mxCell id="9kSy1MCf90ZuvKtcXz_z-48" parent="WIyWlLk6GJQsqaUBKTNV-1" style="text;html=1;whiteSpace=wrap;strokeColor=none;fillColor=none;align=center;verticalAlign=middle;rounded=0;fontSize=30;" value="📦" vertex="1">
          <mxGeometry height="40" width="40" x="-100" y="180" as="geometry" />
        </mxCell>
        <mxCell id="9kSy1MCf90ZuvKtcXz_z-49" parent="WIyWlLk6GJQsqaUBKTNV-1" style="text;html=1;whiteSpace=wrap;strokeColor=none;fillColor=none;align=center;verticalAlign=middle;rounded=0;fontSize=30;" value="📦" vertex="1">
          <mxGeometry height="40" width="40" x="-100" y="20" as="geometry" />
        </mxCell>
        <mxCell id="KJ-KwieZcmjA-HbrrtZJ-64" parent="WIyWlLk6GJQsqaUBKTNV-1" style="text;html=1;whiteSpace=wrap;strokeColor=none;fillColor=none;align=center;verticalAlign=middle;rounded=0;fontSize=30;" value="🧪" vertex="1">
          <mxGeometry height="40" width="40" x="-340" y="60" as="geometry" />
        </mxCell>
        <mxCell id="9kSy1MCf90ZuvKtcXz_z-52" edge="1" parent="WIyWlLk6GJQsqaUBKTNV-1" source="9kSy1MCf90ZuvKtcXz_z-19" style="edgeStyle=orthogonalEdgeStyle;rounded=0;orthogonalLoop=1;jettySize=auto;html=1;exitX=1;exitY=0.5;exitDx=0;exitDy=0;dashed=1;entryX=0;entryY=0.5;entryDx=0;entryDy=0;">
          <mxGeometry relative="1" as="geometry">
            <Array as="points">
              <mxPoint x="320" y="410" />
              <mxPoint x="360" y="410" />
              <mxPoint x="360" y="385" />
            </Array>
            <mxPoint x="400" y="384.9999999999998" as="targetPoint" />
          </mxGeometry>
        </mxCell>
        <mxCell id="9kSy1MCf90ZuvKtcXz_z-53" edge="1" parent="WIyWlLk6GJQsqaUBKTNV-1" source="9kSy1MCf90ZuvKtcXz_z-19" style="edgeStyle=orthogonalEdgeStyle;rounded=0;orthogonalLoop=1;jettySize=auto;html=1;exitX=1;exitY=0.5;exitDx=0;exitDy=0;entryX=0;entryY=0.5;entryDx=0;entryDy=0;dashed=1;" target="zkfFHV4jXpPFQw0GAbJ--2">
          <mxGeometry relative="1" as="geometry">
            <Array as="points">
              <mxPoint x="320" y="410" />
              <mxPoint x="360" y="410" />
              <mxPoint x="360" y="265" />
            </Array>
          </mxGeometry>
        </mxCell>
        <mxCell id="9kSy1MCf90ZuvKtcXz_z-54" edge="1" parent="WIyWlLk6GJQsqaUBKTNV-1" source="KJ-KwieZcmjA-HbrrtZJ-3" style="edgeStyle=orthogonalEdgeStyle;rounded=0;orthogonalLoop=1;jettySize=auto;html=1;exitX=1;exitY=0.5;exitDx=0;exitDy=0;dashed=1;endArrow=none;endFill=0;">
          <mxGeometry relative="1" as="geometry">
            <Array as="points">
              <mxPoint x="320" y="250" />
              <mxPoint x="360" y="250" />
              <mxPoint x="360" y="265" />
            </Array>
            <mxPoint x="360" y="265" as="targetPoint" />
          </mxGeometry>
        </mxCell>
        <mxCell id="9kSy1MCf90ZuvKtcXz_z-56" edge="1" parent="WIyWlLk6GJQsqaUBKTNV-1" source="KJ-KwieZcmjA-HbrrtZJ-32" style="edgeStyle=orthogonalEdgeStyle;rounded=0;orthogonalLoop=1;jettySize=auto;html=1;exitX=1;exitY=0.5;exitDx=0;exitDy=0;dashed=1;" target="VM2PziwSYxVi0D9SSNG6-13">
          <mxGeometry relative="1" as="geometry">
            <Array as="points">
              <mxPoint x="-240" y="580" />
              <mxPoint x="-240" y="480" />
              <mxPoint x="480" y="480" />
            </Array>
            <mxPoint x="480" y="400" as="targetPoint" />
          </mxGeometry>
        </mxCell>
        <mxCell id="VM2PziwSYxVi0D9SSNG6-5" parent="WIyWlLk6GJQsqaUBKTNV-1" style="swimlane;fontStyle=1;align=center;verticalAlign=top;childLayout=stackLayout;horizontal=1;startSize=26;horizontalStack=0;resizeParent=1;resizeParentMax=0;resizeLast=0;collapsible=1;marginBottom=0;whiteSpace=wrap;html=1;fillColor=#CCFFE6;" value="&lt;i style=&quot;font-weight: normal;&quot;&gt;SpinalCenterline&lt;/i&gt;" vertex="1">
          <mxGeometry height="120" width="160" x="640" y="40" as="geometry" />
        </mxCell>
        <mxCell id="VM2PziwSYxVi0D9SSNG6-6" parent="VM2PziwSYxVi0D9SSNG6-5" style="text;strokeColor=none;fillColor=none;align=left;verticalAlign=top;spacingLeft=4;spacingRight=4;overflow=hidden;rotatable=0;points=[[0,0.5],[1,0.5]];portConstraint=eastwest;whiteSpace=wrap;html=1;" value="+ volume: np.ndarray&lt;div&gt;+ points: np.ndarray&lt;/div&gt;&lt;div&gt;+ metadata: Metadata&lt;/div&gt;&lt;div&gt;&lt;br&gt;&lt;/div&gt;&lt;div&gt;&lt;font style=&quot;color: rgb(0, 0, 0);&quot;&gt;+ derivative: np.ndarray&lt;/font&gt;&lt;/div&gt;" vertex="1">
          <mxGeometry height="94" width="160" y="26" as="geometry" />
        </mxCell>
        <mxCell id="VM2PziwSYxVi0D9SSNG6-11" edge="1" parent="WIyWlLk6GJQsqaUBKTNV-1" source="VM2PziwSYxVi0D9SSNG6-6" style="edgeStyle=orthogonalEdgeStyle;rounded=0;orthogonalLoop=1;jettySize=auto;html=1;exitX=0;exitY=0.5;exitDx=0;exitDy=0;entryX=1;entryY=0.5;entryDx=0;entryDy=0;" target="KJ-KwieZcmjA-HbrrtZJ-59">
          <mxGeometry relative="1" as="geometry">
            <Array as="points">
              <mxPoint x="640" y="113" />
            </Array>
          </mxGeometry>
        </mxCell>
        <mxCell id="VM2PziwSYxVi0D9SSNG6-12" parent="WIyWlLk6GJQsqaUBKTNV-1" style="text;html=1;whiteSpace=wrap;strokeColor=none;fillColor=none;align=center;verticalAlign=middle;rounded=0;fontSize=30;" value="🧪" vertex="1">
          <mxGeometry height="40" width="40" x="780" y="20" as="geometry" />
        </mxCell>
        <mxCell id="6p2dsxlrPh96HhOibHx7-161" edge="1" parent="WIyWlLk6GJQsqaUBKTNV-1" source="6p2dsxlrPh96HhOibHx7-92" style="edgeStyle=orthogonalEdgeStyle;rounded=0;orthogonalLoop=1;jettySize=auto;html=1;exitX=0.25;exitY=0;exitDx=0;exitDy=0;dashed=1;" target="6p2dsxlrPh96HhOibHx7-103">
          <mxGeometry relative="1" as="geometry">
            <Array as="points">
              <mxPoint x="2220" y="320" />
              <mxPoint x="2220" y="153" />
            </Array>
          </mxGeometry>
        </mxCell>
        <mxCell id="6p2dsxlrPh96HhOibHx7-92" parent="WIyWlLk6GJQsqaUBKTNV-1" style="swimlane;fontStyle=1;align=center;verticalAlign=top;childLayout=stackLayout;horizontal=1;startSize=26;horizontalStack=0;resizeParent=1;resizeParentMax=0;resizeLast=0;collapsible=1;marginBottom=0;whiteSpace=wrap;html=1;fillColor=#CCFFE6;" value="&lt;span style=&quot;font-weight: 400;&quot;&gt;&lt;i&gt;RegistratorResampler&lt;/i&gt;&lt;/span&gt;" vertex="1">
          <mxGeometry height="120" width="480" x="2121" y="320" as="geometry" />
        </mxCell>
        <mxCell id="6p2dsxlrPh96HhOibHx7-93" parent="6p2dsxlrPh96HhOibHx7-92" style="text;strokeColor=none;fillColor=none;align=left;verticalAlign=top;spacingLeft=4;spacingRight=4;overflow=hidden;rotatable=0;points=[[0,0.5],[1,0.5]];portConstraint=eastwest;whiteSpace=wrap;html=1;" value="&lt;div&gt;+&amp;nbsp;interpolation_factory: InterpolationFactory&lt;/div&gt;" vertex="1">
          <mxGeometry height="24" width="480" y="26" as="geometry" />
        </mxCell>
        <mxCell id="6p2dsxlrPh96HhOibHx7-94" parent="6p2dsxlrPh96HhOibHx7-92" style="line;strokeWidth=1;fillColor=none;align=left;verticalAlign=middle;spacingTop=-1;spacingLeft=3;spacingRight=3;rotatable=0;labelPosition=right;points=[];portConstraint=eastwest;strokeColor=inherit;" value="" vertex="1">
          <mxGeometry height="8" width="480" y="50" as="geometry" />
        </mxCell>
        <mxCell id="6p2dsxlrPh96HhOibHx7-95" parent="6p2dsxlrPh96HhOibHx7-92" style="text;strokeColor=none;fillColor=none;align=left;verticalAlign=top;spacingLeft=4;spacingRight=4;overflow=hidden;rotatable=0;points=[[0,0.5],[1,0.5]];portConstraint=eastwest;whiteSpace=wrap;html=1;" value="+ configure(&lt;span style=&quot;color: light-dark(rgb(0, 0, 0), rgb(255, 255, 255)); background-color: transparent;&quot;&gt;sitk.Image, sitk.Transform, RegistrationConfig): sitk.&lt;/span&gt;ResampleImageFilter" vertex="1">
          <mxGeometry height="62" width="480" y="58" as="geometry" />
        </mxCell>
        <mxCell id="6p2dsxlrPh96HhOibHx7-97" edge="1" parent="WIyWlLk6GJQsqaUBKTNV-1" source="6p2dsxlrPh96HhOibHx7-98" style="edgeStyle=orthogonalEdgeStyle;rounded=0;orthogonalLoop=1;jettySize=auto;html=1;" target="6p2dsxlrPh96HhOibHx7-116">
          <mxGeometry relative="1" as="geometry" />
        </mxCell>
        <mxCell id="6p2dsxlrPh96HhOibHx7-162" edge="1" parent="WIyWlLk6GJQsqaUBKTNV-1" source="6p2dsxlrPh96HhOibHx7-101" style="edgeStyle=orthogonalEdgeStyle;rounded=0;orthogonalLoop=1;jettySize=auto;html=1;exitX=0.833;exitY=1.002;exitDx=0;exitDy=0;entryX=0.25;entryY=0;entryDx=0;entryDy=0;dashed=1;exitPerimeter=0;" target="6p2dsxlrPh96HhOibHx7-92">
          <mxGeometry relative="1" as="geometry">
            <Array as="points">
              <mxPoint x="1860" y="200" />
              <mxPoint x="1860" y="230" />
              <mxPoint x="2241" y="230" />
            </Array>
          </mxGeometry>
        </mxCell>
        <mxCell id="6p2dsxlrPh96HhOibHx7-98" parent="WIyWlLk6GJQsqaUBKTNV-1" style="swimlane;fontStyle=1;align=center;verticalAlign=top;childLayout=stackLayout;horizontal=1;startSize=26;horizontalStack=0;resizeParent=1;resizeParentMax=0;resizeLast=0;collapsible=1;marginBottom=0;whiteSpace=wrap;html=1;fillColor=#CCFFE6;" value="&lt;i style=&quot;font-weight: normal;&quot;&gt;Registrator&lt;/i&gt;" vertex="1">
          <mxGeometry height="120" width="400" x="1521" y="80" as="geometry" />
        </mxCell>
        <mxCell id="6p2dsxlrPh96HhOibHx7-99" parent="6p2dsxlrPh96HhOibHx7-98" style="text;strokeColor=none;fillColor=none;align=left;verticalAlign=top;spacingLeft=4;spacingRight=4;overflow=hidden;rotatable=0;points=[[0,0.5],[1,0.5]];portConstraint=eastwest;whiteSpace=wrap;html=1;" value="&lt;div&gt;+ strategy: RegistrationStrategy&lt;/div&gt;&lt;div&gt;+ config: RegistrationConfig&lt;/div&gt;" vertex="1">
          <mxGeometry height="44" width="400" y="26" as="geometry" />
        </mxCell>
        <mxCell id="6p2dsxlrPh96HhOibHx7-100" parent="6p2dsxlrPh96HhOibHx7-98" style="line;strokeWidth=1;fillColor=none;align=left;verticalAlign=middle;spacingTop=-1;spacingLeft=3;spacingRight=3;rotatable=0;labelPosition=right;points=[];portConstraint=eastwest;strokeColor=inherit;" value="" vertex="1">
          <mxGeometry height="8" width="400" y="70" as="geometry" />
        </mxCell>
        <mxCell id="6p2dsxlrPh96HhOibHx7-101" parent="6p2dsxlrPh96HhOibHx7-98" style="text;strokeColor=none;fillColor=none;align=left;verticalAlign=top;spacingLeft=4;spacingRight=4;overflow=hidden;rotatable=0;points=[[0,0.5],[1,0.5]];portConstraint=eastwest;whiteSpace=wrap;html=1;" value="&lt;div&gt;+ register(&lt;span style=&quot;background-color: transparent; color: light-dark(rgb(0, 0, 0), rgb(255, 255, 255));&quot;&gt;sitk.Image, sitk.Image): RegistrationResult&lt;/span&gt;&lt;/div&gt;&lt;div&gt;&lt;span style=&quot;background-color: transparent; color: light-dark(rgb(0, 0, 0), rgb(255, 255, 255));&quot;&gt;+ apply(sitk.Image,&amp;nbsp;&lt;/span&gt;&lt;span style=&quot;background-color: transparent; color: light-dark(rgb(0, 0, 0), rgb(255, 255, 255));&quot;&gt;sitk.Image,&amp;nbsp;&lt;/span&gt;&lt;span style=&quot;background-color: transparent; color: light-dark(rgb(0, 0, 0), rgb(255, 255, 255));&quot;&gt;sitk.Transform): RegistrationResult&lt;/span&gt;&lt;/div&gt;" vertex="1">
          <mxGeometry height="42" width="400" y="78" as="geometry" />
        </mxCell>
        <mxCell id="6p2dsxlrPh96HhOibHx7-163" edge="1" parent="WIyWlLk6GJQsqaUBKTNV-1" style="edgeStyle=orthogonalEdgeStyle;rounded=0;orthogonalLoop=1;jettySize=auto;html=1;" target="6p2dsxlrPh96HhOibHx7-105">
          <mxGeometry relative="1" as="geometry">
            <Array as="points">
              <mxPoint x="2240" y="60" />
              <mxPoint x="2700" y="60" />
            </Array>
            <mxPoint x="2240" y="110" as="sourcePoint" />
          </mxGeometry>
        </mxCell>
        <mxCell id="6p2dsxlrPh96HhOibHx7-102" parent="WIyWlLk6GJQsqaUBKTNV-1" style="swimlane;fontStyle=1;align=center;verticalAlign=top;childLayout=stackLayout;horizontal=1;startSize=26;horizontalStack=0;resizeParent=1;resizeParentMax=0;resizeLast=0;collapsible=1;marginBottom=0;whiteSpace=wrap;html=1;fillColor=#CCFFE6;" value="&lt;i style=&quot;font-weight: normal;&quot;&gt;RegistratorConfig&lt;/i&gt;" vertex="1">
          <mxGeometry height="120" width="240" x="1960" y="80" as="geometry" />
        </mxCell>
        <mxCell id="6p2dsxlrPh96HhOibHx7-103" parent="6p2dsxlrPh96HhOibHx7-102" style="text;strokeColor=none;fillColor=none;align=left;verticalAlign=top;spacingLeft=4;spacingRight=4;overflow=hidden;rotatable=0;points=[[0,0.5],[1,0.5]];portConstraint=eastwest;whiteSpace=wrap;html=1;" value="&lt;div&gt;+ dimension: int&lt;/div&gt;&lt;div&gt;+ metric: MetricConfig&lt;/div&gt;&lt;div&gt;+ optimizer: OptimizerConfig&lt;/div&gt;&lt;div&gt;+ interpolator: InterpolationConfig&lt;/div&gt;&lt;div&gt;+ multiple_res: MultipleResolutionConfig&lt;/div&gt;" vertex="1">
          <mxGeometry height="94" width="240" y="26" as="geometry" />
        </mxCell>
        <mxCell id="6p2dsxlrPh96HhOibHx7-105" parent="WIyWlLk6GJQsqaUBKTNV-1" style="swimlane;fontStyle=1;align=center;verticalAlign=top;childLayout=stackLayout;horizontal=1;startSize=26;horizontalStack=0;resizeParent=1;resizeParentMax=0;resizeLast=0;collapsible=1;marginBottom=0;whiteSpace=wrap;html=1;fillColor=#CCFFE6;" value="&lt;i style=&quot;font-weight: normal;&quot;&gt;MetricConfig&lt;/i&gt;" vertex="1">
          <mxGeometry height="80" width="200" x="2600" y="80" as="geometry" />
        </mxCell>
        <mxCell id="6p2dsxlrPh96HhOibHx7-106" parent="6p2dsxlrPh96HhOibHx7-105" style="text;strokeColor=none;fillColor=none;align=left;verticalAlign=top;spacingLeft=4;spacingRight=4;overflow=hidden;rotatable=0;points=[[0,0.5],[1,0.5]];portConstraint=eastwest;whiteSpace=wrap;html=1;" value="&lt;div&gt;+ name: str&lt;/div&gt;&lt;div&gt;+ sampling_percentage: float&lt;/div&gt;&lt;div&gt;+ histogram_bins: int&lt;span style=&quot;background-color: transparent; color: light-dark(rgb(0, 0, 0), rgb(255, 255, 255));&quot;&gt;&amp;nbsp;&lt;/span&gt;&lt;/div&gt;" vertex="1">
          <mxGeometry height="54" width="200" y="26" as="geometry" />
        </mxCell>
        <mxCell id="6p2dsxlrPh96HhOibHx7-107" parent="WIyWlLk6GJQsqaUBKTNV-1" style="swimlane;fontStyle=1;align=center;verticalAlign=top;childLayout=stackLayout;horizontal=1;startSize=26;horizontalStack=0;resizeParent=1;resizeParentMax=0;resizeLast=0;collapsible=1;marginBottom=0;whiteSpace=wrap;html=1;fillColor=#CCFFE6;" value="&lt;i style=&quot;font-weight: normal;&quot;&gt;Optimizer&lt;/i&gt;&lt;i style=&quot;background-color: transparent; color: light-dark(rgb(0, 0, 0), rgb(255, 255, 255)); font-weight: normal;&quot;&gt;Config&lt;/i&gt;" vertex="1">
          <mxGeometry height="200" width="240" x="2280" y="80" as="geometry" />
        </mxCell>
        <mxCell id="6p2dsxlrPh96HhOibHx7-108" parent="6p2dsxlrPh96HhOibHx7-107" style="text;strokeColor=none;fillColor=none;align=left;verticalAlign=top;spacingLeft=4;spacingRight=4;overflow=hidden;rotatable=0;points=[[0,0.5],[1,0.5]];portConstraint=eastwest;whiteSpace=wrap;html=1;" value="&lt;div&gt;+ name: str&lt;/div&gt;&lt;div&gt;+ iterations: int&lt;/div&gt;&lt;div&gt;+ learning_rate: float&lt;/div&gt;&lt;div&gt;+ convergence_minimum_value: float&lt;/div&gt;&lt;div&gt;+ convergence_window_size: int&lt;/div&gt;&lt;div&gt;&lt;div&gt;+ gradient_convergence_tolerance: float&lt;/div&gt;&lt;div&gt;&lt;span style=&quot;background-color: transparent; color: light-dark(rgb(0, 0, 0), rgb(255, 255, 255));&quot;&gt;+ maximum_number_corrections: int&lt;/span&gt;&lt;/div&gt;&lt;div&gt;+ estimate_learning_rate: int&lt;/div&gt;&lt;div&gt;+ max_step_size_physical_units: float&lt;/div&gt;&lt;/div&gt;" vertex="1">
          <mxGeometry height="174" width="240" y="26" as="geometry" />
        </mxCell>
        <mxCell id="6p2dsxlrPh96HhOibHx7-165" edge="1" parent="WIyWlLk6GJQsqaUBKTNV-1" source="6p2dsxlrPh96HhOibHx7-109" style="edgeStyle=orthogonalEdgeStyle;rounded=0;orthogonalLoop=1;jettySize=auto;html=1;exitX=0.5;exitY=0;exitDx=0;exitDy=0;endArrow=none;endFill=0;startArrow=classic;startFill=1;">
          <mxGeometry relative="1" as="geometry">
            <Array as="points">
              <mxPoint x="2720" y="300" />
              <mxPoint x="2560" y="300" />
            </Array>
            <mxPoint x="2560" y="180" as="targetPoint" />
          </mxGeometry>
        </mxCell>
        <mxCell id="6p2dsxlrPh96HhOibHx7-109" parent="WIyWlLk6GJQsqaUBKTNV-1" style="swimlane;fontStyle=1;align=center;verticalAlign=top;childLayout=stackLayout;horizontal=1;startSize=26;horizontalStack=0;resizeParent=1;resizeParentMax=0;resizeLast=0;collapsible=1;marginBottom=0;whiteSpace=wrap;html=1;fillColor=#CCFFE6;" value="&lt;i style=&quot;font-weight: normal;&quot;&gt;InterpolationConfig&lt;/i&gt;" vertex="1">
          <mxGeometry height="80" width="160" x="2640" y="320" as="geometry" />
        </mxCell>
        <mxCell id="6p2dsxlrPh96HhOibHx7-110" parent="6p2dsxlrPh96HhOibHx7-109" style="text;strokeColor=none;fillColor=none;align=left;verticalAlign=top;spacingLeft=4;spacingRight=4;overflow=hidden;rotatable=0;points=[[0,0.5],[1,0.5]];portConstraint=eastwest;whiteSpace=wrap;html=1;" value="&lt;div&gt;+ registration: str&lt;/div&gt;&lt;div&gt;+ resampling: str&lt;/div&gt;" vertex="1">
          <mxGeometry height="54" width="160" y="26" as="geometry" />
        </mxCell>
        <mxCell id="6p2dsxlrPh96HhOibHx7-164" edge="1" parent="WIyWlLk6GJQsqaUBKTNV-1" source="6p2dsxlrPh96HhOibHx7-112" style="edgeStyle=orthogonalEdgeStyle;rounded=0;orthogonalLoop=1;jettySize=auto;html=1;exitX=0.5;exitY=0;exitDx=0;exitDy=0;endArrow=none;endFill=0;startArrow=classic;startFill=1;">
          <mxGeometry relative="1" as="geometry">
            <Array as="points">
              <mxPoint x="2701" y="180" />
              <mxPoint x="2560" y="180" />
            </Array>
            <mxPoint x="2560" y="60" as="targetPoint" />
          </mxGeometry>
        </mxCell>
        <mxCell id="6p2dsxlrPh96HhOibHx7-112" parent="WIyWlLk6GJQsqaUBKTNV-1" style="swimlane;fontStyle=1;align=center;verticalAlign=top;childLayout=stackLayout;horizontal=1;startSize=26;horizontalStack=0;resizeParent=1;resizeParentMax=0;resizeLast=0;collapsible=1;marginBottom=0;whiteSpace=wrap;html=1;fillColor=#CCFFE6;" value="&lt;i style=&quot;font-weight: normal;&quot;&gt;MultipleResolutionConfig&lt;/i&gt;" vertex="1">
          <mxGeometry height="80" width="200" x="2601" y="200" as="geometry" />
        </mxCell>
        <mxCell id="6p2dsxlrPh96HhOibHx7-113" parent="6p2dsxlrPh96HhOibHx7-112" style="text;strokeColor=none;fillColor=none;align=left;verticalAlign=top;spacingLeft=4;spacingRight=4;overflow=hidden;rotatable=0;points=[[0,0.5],[1,0.5]];portConstraint=eastwest;whiteSpace=wrap;html=1;" value="&lt;div&gt;+ enabled: bool&lt;/div&gt;&lt;div&gt;+ shrink_factors: list[int]&lt;/div&gt;&lt;div&gt;+ smoothing_sigmas: list[float]&lt;/div&gt;" vertex="1">
          <mxGeometry height="54" width="200" y="26" as="geometry" />
        </mxCell>
        <mxCell id="6p2dsxlrPh96HhOibHx7-114" edge="1" parent="WIyWlLk6GJQsqaUBKTNV-1" source="6p2dsxlrPh96HhOibHx7-116" style="edgeStyle=orthogonalEdgeStyle;rounded=0;orthogonalLoop=1;jettySize=auto;html=1;exitX=0.75;exitY=0;exitDx=0;exitDy=0;dashed=1;" target="6p2dsxlrPh96HhOibHx7-102">
          <mxGeometry relative="1" as="geometry" />
        </mxCell>
        <mxCell id="6p2dsxlrPh96HhOibHx7-115" edge="1" parent="WIyWlLk6GJQsqaUBKTNV-1" source="6p2dsxlrPh96HhOibHx7-116" style="edgeStyle=orthogonalEdgeStyle;rounded=0;orthogonalLoop=1;jettySize=auto;html=1;entryX=1;entryY=0.5;entryDx=0;entryDy=0;dashed=1;" target="6p2dsxlrPh96HhOibHx7-140">
          <mxGeometry relative="1" as="geometry" />
        </mxCell>
        <mxCell id="6p2dsxlrPh96HhOibHx7-116" parent="WIyWlLk6GJQsqaUBKTNV-1" style="swimlane;fontStyle=1;align=center;verticalAlign=top;childLayout=stackLayout;horizontal=1;startSize=40;horizontalStack=0;resizeParent=1;resizeParentMax=0;resizeLast=0;collapsible=1;marginBottom=0;whiteSpace=wrap;html=1;fillColor=#CCFFE6;" value="&lt;div&gt;&lt;span style=&quot;font-weight: normal;&quot;&gt;&amp;lt;&amp;lt;interface&amp;gt;&amp;gt;&lt;/span&gt;&lt;/div&gt;&lt;i style=&quot;font-weight: normal;&quot;&gt;RegistratorStrategy&lt;/i&gt;" vertex="1">
          <mxGeometry height="120" width="480" x="1600" y="240" as="geometry" />
        </mxCell>
        <mxCell id="6p2dsxlrPh96HhOibHx7-117" parent="6p2dsxlrPh96HhOibHx7-116" style="line;strokeWidth=1;fillColor=none;align=left;verticalAlign=middle;spacingTop=-1;spacingLeft=3;spacingRight=3;rotatable=0;labelPosition=right;points=[];portConstraint=eastwest;strokeColor=inherit;" value="" vertex="1">
          <mxGeometry height="8" width="480" y="40" as="geometry" />
        </mxCell>
        <mxCell id="6p2dsxlrPh96HhOibHx7-118" parent="6p2dsxlrPh96HhOibHx7-116" style="text;strokeColor=none;fillColor=none;align=left;verticalAlign=top;spacingLeft=4;spacingRight=4;overflow=hidden;rotatable=0;points=[[0,0.5],[1,0.5]];portConstraint=eastwest;whiteSpace=wrap;html=1;" value="&lt;div&gt;+ build_initial_transform(sitk.Image, sitk.Image, RegistrationConfig): sitk.Transform&lt;/div&gt;&lt;div&gt;+ configure(&lt;span style=&quot;background-color: transparent; color: light-dark(rgb(0, 0, 0), rgb(255, 255, 255));&quot;&gt;sitk.Image, sitk.Image, RegistrationConfig): sitk.&lt;/span&gt;&lt;span style=&quot;background-color: transparent;&quot;&gt;ImageRegistrationMethod&lt;/span&gt;&lt;/div&gt;" vertex="1">
          <mxGeometry height="72" width="480" y="48" as="geometry" />
        </mxCell>
        <mxCell id="6p2dsxlrPh96HhOibHx7-119" edge="1" parent="WIyWlLk6GJQsqaUBKTNV-1" source="6p2dsxlrPh96HhOibHx7-120" style="edgeStyle=orthogonalEdgeStyle;rounded=0;orthogonalLoop=1;jettySize=auto;html=1;exitX=0.5;exitY=0;exitDx=0;exitDy=0;endArrow=block;endFill=0;" target="6p2dsxlrPh96HhOibHx7-116">
          <mxGeometry relative="1" as="geometry" />
        </mxCell>
        <mxCell id="6p2dsxlrPh96HhOibHx7-120" parent="WIyWlLk6GJQsqaUBKTNV-1" style="swimlane;fontStyle=1;align=center;verticalAlign=top;childLayout=stackLayout;horizontal=1;startSize=26;horizontalStack=0;resizeParent=1;resizeParentMax=0;resizeLast=0;collapsible=1;marginBottom=0;whiteSpace=wrap;html=1;fillColor=#CCFFE6;" value="&lt;i style=&quot;font-weight: normal;&quot;&gt;RigidRegistration&lt;/i&gt;" vertex="1">
          <mxGeometry height="80" width="480" x="1600" y="400" as="geometry" />
        </mxCell>
        <mxCell id="6p2dsxlrPh96HhOibHx7-121" parent="6p2dsxlrPh96HhOibHx7-120" style="line;strokeWidth=1;fillColor=none;align=left;verticalAlign=middle;spacingTop=-1;spacingLeft=3;spacingRight=3;rotatable=0;labelPosition=right;points=[];portConstraint=eastwest;strokeColor=inherit;" value="" vertex="1">
          <mxGeometry height="8" width="480" y="26" as="geometry" />
        </mxCell>
        <mxCell id="6p2dsxlrPh96HhOibHx7-122" parent="6p2dsxlrPh96HhOibHx7-120" style="text;strokeColor=none;fillColor=none;align=left;verticalAlign=top;spacingLeft=4;spacingRight=4;overflow=hidden;rotatable=0;points=[[0,0.5],[1,0.5]];portConstraint=eastwest;whiteSpace=wrap;html=1;" value="&lt;div&gt;+ build_initial_transform(sitk.Image, sitk.Image, RegistrationConfig): sitk.Transform&lt;/div&gt;&lt;div&gt;+ configure(&lt;span style=&quot;background-color: transparent; color: light-dark(rgb(0, 0, 0), rgb(255, 255, 255));&quot;&gt;sitk.Image, sitk.Image, RegistrationConfig): sitk.&lt;/span&gt;&lt;span style=&quot;background-color: transparent;&quot;&gt;ImageRegistrationMethod&lt;/span&gt;&lt;/div&gt;" vertex="1">
          <mxGeometry height="46" width="480" y="34" as="geometry" />
        </mxCell>
        <mxCell id="6p2dsxlrPh96HhOibHx7-123" edge="1" parent="WIyWlLk6GJQsqaUBKTNV-1" source="6p2dsxlrPh96HhOibHx7-124" style="edgeStyle=orthogonalEdgeStyle;rounded=0;orthogonalLoop=1;jettySize=auto;html=1;endArrow=block;endFill=0;" target="6p2dsxlrPh96HhOibHx7-118">
          <mxGeometry relative="1" as="geometry">
            <Array as="points">
              <mxPoint x="1950" y="680" />
              <mxPoint x="1950" y="500" />
              <mxPoint x="1580" y="500" />
              <mxPoint x="1580" y="324" />
            </Array>
          </mxGeometry>
        </mxCell>
        <mxCell id="6p2dsxlrPh96HhOibHx7-124" parent="WIyWlLk6GJQsqaUBKTNV-1" style="swimlane;fontStyle=1;align=center;verticalAlign=top;childLayout=stackLayout;horizontal=1;startSize=26;horizontalStack=0;resizeParent=1;resizeParentMax=0;resizeLast=0;collapsible=1;marginBottom=0;whiteSpace=wrap;html=1;fillColor=#CCFFE6;" value="&lt;i style=&quot;font-weight: normal;&quot;&gt;AffineRegistration&lt;/i&gt;" vertex="1">
          <mxGeometry height="80" width="480" x="1960" y="640" as="geometry" />
        </mxCell>
        <mxCell id="6p2dsxlrPh96HhOibHx7-125" parent="6p2dsxlrPh96HhOibHx7-124" style="line;strokeWidth=1;fillColor=none;align=left;verticalAlign=middle;spacingTop=-1;spacingLeft=3;spacingRight=3;rotatable=0;labelPosition=right;points=[];portConstraint=eastwest;strokeColor=inherit;" value="" vertex="1">
          <mxGeometry height="8" width="480" y="26" as="geometry" />
        </mxCell>
        <mxCell id="6p2dsxlrPh96HhOibHx7-126" parent="6p2dsxlrPh96HhOibHx7-124" style="text;strokeColor=none;fillColor=none;align=left;verticalAlign=top;spacingLeft=4;spacingRight=4;overflow=hidden;rotatable=0;points=[[0,0.5],[1,0.5]];portConstraint=eastwest;whiteSpace=wrap;html=1;" value="&lt;div&gt;+ build_initial_transform(sitk.Image, sitk.Image, RegistrationConfig): sitk.Transform&lt;/div&gt;&lt;div&gt;+ configure(&lt;span style=&quot;background-color: transparent; color: light-dark(rgb(0, 0, 0), rgb(255, 255, 255));&quot;&gt;sitk.Image, sitk.Image, RegistrationConfig): sitk.&lt;/span&gt;&lt;span style=&quot;background-color: transparent;&quot;&gt;ImageRegistrationMethod&lt;/span&gt;&lt;/div&gt;" vertex="1">
          <mxGeometry height="46" width="480" y="34" as="geometry" />
        </mxCell>
        <mxCell id="6p2dsxlrPh96HhOibHx7-127" edge="1" parent="WIyWlLk6GJQsqaUBKTNV-1" source="6p2dsxlrPh96HhOibHx7-128" style="edgeStyle=orthogonalEdgeStyle;rounded=0;orthogonalLoop=1;jettySize=auto;html=1;exitX=0.5;exitY=0;exitDx=0;exitDy=0;endArrow=block;endFill=0;" target="6p2dsxlrPh96HhOibHx7-118">
          <mxGeometry relative="1" as="geometry">
            <Array as="points">
              <mxPoint x="2100" y="520" />
              <mxPoint x="2100" y="324" />
            </Array>
          </mxGeometry>
        </mxCell>
        <mxCell id="6p2dsxlrPh96HhOibHx7-128" parent="WIyWlLk6GJQsqaUBKTNV-1" style="swimlane;fontStyle=1;align=center;verticalAlign=top;childLayout=stackLayout;horizontal=1;startSize=26;horizontalStack=0;resizeParent=1;resizeParentMax=0;resizeLast=0;collapsible=1;marginBottom=0;whiteSpace=wrap;html=1;fillColor=#CCFFE6;" value="&lt;i style=&quot;font-weight: normal;&quot;&gt;BSplineRegistration&lt;/i&gt;" vertex="1">
          <mxGeometry height="80" width="480" x="1960" y="520" as="geometry" />
        </mxCell>
        <mxCell id="6p2dsxlrPh96HhOibHx7-129" parent="6p2dsxlrPh96HhOibHx7-128" style="line;strokeWidth=1;fillColor=none;align=left;verticalAlign=middle;spacingTop=-1;spacingLeft=3;spacingRight=3;rotatable=0;labelPosition=right;points=[];portConstraint=eastwest;strokeColor=inherit;" value="" vertex="1">
          <mxGeometry height="8" width="480" y="26" as="geometry" />
        </mxCell>
        <mxCell id="6p2dsxlrPh96HhOibHx7-130" parent="6p2dsxlrPh96HhOibHx7-128" style="text;strokeColor=none;fillColor=none;align=left;verticalAlign=top;spacingLeft=4;spacingRight=4;overflow=hidden;rotatable=0;points=[[0,0.5],[1,0.5]];portConstraint=eastwest;whiteSpace=wrap;html=1;" value="&lt;div&gt;+ build_initial_transform(sitk.Image, sitk.Image, RegistrationConfig): sitk.Transform&lt;/div&gt;&lt;div&gt;+ configure(&lt;span style=&quot;background-color: transparent; color: light-dark(rgb(0, 0, 0), rgb(255, 255, 255));&quot;&gt;sitk.Image, sitk.Image, RegistrationConfig): sitk.&lt;/span&gt;&lt;span style=&quot;background-color: transparent;&quot;&gt;ImageRegistrationMethod&lt;/span&gt;&lt;/div&gt;" vertex="1">
          <mxGeometry height="46" width="480" y="34" as="geometry" />
        </mxCell>
        <mxCell id="6p2dsxlrPh96HhOibHx7-131" parent="WIyWlLk6GJQsqaUBKTNV-1" style="swimlane;fontStyle=1;align=center;verticalAlign=top;childLayout=stackLayout;horizontal=1;startSize=26;horizontalStack=0;resizeParent=1;resizeParentMax=0;resizeLast=0;collapsible=1;marginBottom=0;whiteSpace=wrap;html=1;fillColor=#CCFFE6;" value="&lt;i style=&quot;font-weight: normal;&quot;&gt;RegistrationResult&lt;/i&gt;" vertex="1">
          <mxGeometry height="120" width="240" x="1241" y="80" as="geometry" />
        </mxCell>
        <mxCell id="6p2dsxlrPh96HhOibHx7-132" parent="6p2dsxlrPh96HhOibHx7-131" style="text;strokeColor=none;fillColor=none;align=left;verticalAlign=top;spacingLeft=4;spacingRight=4;overflow=hidden;rotatable=0;points=[[0,0.5],[1,0.5]];portConstraint=eastwest;whiteSpace=wrap;html=1;" value="&lt;div&gt;+ registered_image: np.ndarray&lt;/div&gt;&lt;div&gt;+ transform: sitk.Transform&lt;/div&gt;&lt;div&gt;+ final_metric: float&lt;/div&gt;&lt;div&gt;+ stop_condition: str&lt;/div&gt;&lt;div&gt;+ elapsed_time: float&lt;/div&gt;" vertex="1">
          <mxGeometry height="94" width="240" y="26" as="geometry" />
        </mxCell>
        <mxCell id="6p2dsxlrPh96HhOibHx7-134" edge="1" parent="WIyWlLk6GJQsqaUBKTNV-1" source="6p2dsxlrPh96HhOibHx7-108" style="edgeStyle=orthogonalEdgeStyle;rounded=0;orthogonalLoop=1;jettySize=auto;html=1;exitX=0;exitY=0.5;exitDx=0;exitDy=0;entryX=1;entryY=0.25;entryDx=0;entryDy=0;endArrow=none;endFill=0;startArrow=classic;startFill=1;" target="6p2dsxlrPh96HhOibHx7-102">
          <mxGeometry relative="1" as="geometry" />
        </mxCell>
        <mxCell id="6p2dsxlrPh96HhOibHx7-135" edge="1" parent="WIyWlLk6GJQsqaUBKTNV-1" source="6p2dsxlrPh96HhOibHx7-99" style="edgeStyle=orthogonalEdgeStyle;rounded=0;orthogonalLoop=1;jettySize=auto;html=1;exitX=1;exitY=0.5;exitDx=0;exitDy=0;" target="6p2dsxlrPh96HhOibHx7-102">
          <mxGeometry relative="1" as="geometry" />
        </mxCell>
        <mxCell id="6p2dsxlrPh96HhOibHx7-136" edge="1" parent="WIyWlLk6GJQsqaUBKTNV-1" source="6p2dsxlrPh96HhOibHx7-101" style="edgeStyle=orthogonalEdgeStyle;rounded=0;orthogonalLoop=1;jettySize=auto;html=1;exitX=0;exitY=0.5;exitDx=0;exitDy=0;dashed=1;" target="6p2dsxlrPh96HhOibHx7-132">
          <mxGeometry relative="1" as="geometry" />
        </mxCell>
        <mxCell id="6p2dsxlrPh96HhOibHx7-137" parent="WIyWlLk6GJQsqaUBKTNV-1" style="text;html=1;whiteSpace=wrap;strokeColor=none;fillColor=none;align=left;verticalAlign=middle;rounded=0;fontSize=16;fontStyle=1" value="NeuroRegistrator" vertex="1">
          <mxGeometry height="20" width="160" x="1160" y="20" as="geometry" />
        </mxCell>
        <mxCell id="6p2dsxlrPh96HhOibHx7-138" parent="WIyWlLk6GJQsqaUBKTNV-1" style="text;html=1;whiteSpace=wrap;strokeColor=none;fillColor=none;align=center;verticalAlign=middle;rounded=0;fontSize=30;" value="🧩" vertex="1">
          <mxGeometry height="40" width="40" x="2820" y="20" as="geometry" />
        </mxCell>
        <mxCell id="6p2dsxlrPh96HhOibHx7-159" edge="1" parent="WIyWlLk6GJQsqaUBKTNV-1" source="6p2dsxlrPh96HhOibHx7-139" style="edgeStyle=orthogonalEdgeStyle;rounded=0;orthogonalLoop=1;jettySize=auto;html=1;exitX=0.25;exitY=0;exitDx=0;exitDy=0;entryX=0.25;entryY=0;entryDx=0;entryDy=0;dashed=1;" target="6p2dsxlrPh96HhOibHx7-102">
          <mxGeometry relative="1" as="geometry">
            <Array as="points">
              <mxPoint x="1220" y="240" />
              <mxPoint x="1220" y="60" />
              <mxPoint x="2020" y="60" />
            </Array>
          </mxGeometry>
        </mxCell>
        <mxCell id="6p2dsxlrPh96HhOibHx7-139" parent="WIyWlLk6GJQsqaUBKTNV-1" style="swimlane;fontStyle=1;align=center;verticalAlign=top;childLayout=stackLayout;horizontal=1;startSize=26;horizontalStack=0;resizeParent=1;resizeParentMax=0;resizeLast=0;collapsible=1;marginBottom=0;whiteSpace=wrap;html=1;fillColor=#CCFFE6;" value="&lt;i style=&quot;font-weight: normal;&quot;&gt;RegistrationMethodBuilder&lt;/i&gt;" vertex="1">
          <mxGeometry height="160" width="359" x="1201" y="240" as="geometry" />
        </mxCell>
        <mxCell id="6p2dsxlrPh96HhOibHx7-140" parent="6p2dsxlrPh96HhOibHx7-139" style="text;strokeColor=none;fillColor=none;align=left;verticalAlign=top;spacingLeft=4;spacingRight=4;overflow=hidden;rotatable=0;points=[[0,0.5],[1,0.5]];portConstraint=eastwest;whiteSpace=wrap;html=1;" value="&lt;div&gt;+ metric_factory: MetricFactory&lt;/div&gt;&lt;div&gt;+ optimizer_factory: OptimizerFactory&lt;/div&gt;&lt;div&gt;+ interpolation_factory: InterpolationFactory&lt;/div&gt;&lt;div&gt;+ resolution_factory: MultipleResolutionFactory&lt;/div&gt;" vertex="1">
          <mxGeometry height="84" width="359" y="26" as="geometry" />
        </mxCell>
        <mxCell id="6p2dsxlrPh96HhOibHx7-141" parent="6p2dsxlrPh96HhOibHx7-139" style="line;strokeWidth=1;fillColor=none;align=left;verticalAlign=middle;spacingTop=-1;spacingLeft=3;spacingRight=3;rotatable=0;labelPosition=right;points=[];portConstraint=eastwest;strokeColor=inherit;" value="" vertex="1">
          <mxGeometry height="8" width="359" y="110" as="geometry" />
        </mxCell>
        <mxCell id="6p2dsxlrPh96HhOibHx7-142" parent="6p2dsxlrPh96HhOibHx7-139" style="text;strokeColor=none;fillColor=none;align=left;verticalAlign=top;spacingLeft=4;spacingRight=4;overflow=hidden;rotatable=0;points=[[0,0.5],[1,0.5]];portConstraint=eastwest;whiteSpace=wrap;html=1;" value="&lt;div&gt;+ build(RegistrationConfig):&amp;nbsp;&lt;span style=&quot;background-color: transparent; color: light-dark(rgb(0, 0, 0), rgb(255, 255, 255));&quot;&gt;sitk.&lt;/span&gt;&lt;span style=&quot;background-color: transparent; color: light-dark(rgb(0, 0, 0), rgb(255, 255, 255));&quot;&gt;ImageRegistrationMethod&lt;/span&gt;&lt;/div&gt;" vertex="1">
          <mxGeometry height="42" width="359" y="118" as="geometry" />
        </mxCell>
        <mxCell id="6p2dsxlrPh96HhOibHx7-143" edge="1" parent="WIyWlLk6GJQsqaUBKTNV-1" source="6p2dsxlrPh96HhOibHx7-144" style="edgeStyle=orthogonalEdgeStyle;rounded=0;orthogonalLoop=1;jettySize=auto;html=1;exitX=0.5;exitY=0;exitDx=0;exitDy=0;" target="6p2dsxlrPh96HhOibHx7-139">
          <mxGeometry relative="1" as="geometry" />
        </mxCell>
        <mxCell id="6p2dsxlrPh96HhOibHx7-144" parent="WIyWlLk6GJQsqaUBKTNV-1" style="swimlane;fontStyle=1;align=center;verticalAlign=top;childLayout=stackLayout;horizontal=1;startSize=26;horizontalStack=0;resizeParent=1;resizeParentMax=0;resizeLast=0;collapsible=1;marginBottom=0;whiteSpace=wrap;html=1;fillColor=#CCFFE6;" value="&lt;i style=&quot;font-weight: normal;&quot;&gt;MetricFactory&lt;/i&gt;" vertex="1">
          <mxGeometry height="80" width="320" x="1241" y="440" as="geometry" />
        </mxCell>
        <mxCell id="6p2dsxlrPh96HhOibHx7-145" parent="6p2dsxlrPh96HhOibHx7-144" style="line;strokeWidth=1;fillColor=none;align=left;verticalAlign=middle;spacingTop=-1;spacingLeft=3;spacingRight=3;rotatable=0;labelPosition=right;points=[];portConstraint=eastwest;strokeColor=inherit;" value="" vertex="1">
          <mxGeometry height="8" width="320" y="26" as="geometry" />
        </mxCell>
        <mxCell id="6p2dsxlrPh96HhOibHx7-146" parent="6p2dsxlrPh96HhOibHx7-144" style="text;strokeColor=none;fillColor=none;align=left;verticalAlign=top;spacingLeft=4;spacingRight=4;overflow=hidden;rotatable=0;points=[[0,0.5],[1,0.5]];portConstraint=eastwest;whiteSpace=wrap;html=1;" value="&lt;div&gt;+ apply(MetricConfig): sitk.&lt;span style=&quot;background-color: transparent; color: light-dark(rgb(0, 0, 0), rgb(255, 255, 255));&quot;&gt;ImageRegistrationMethod&lt;/span&gt;&lt;/div&gt;" vertex="1">
          <mxGeometry height="46" width="320" y="34" as="geometry" />
        </mxCell>
        <mxCell id="6p2dsxlrPh96HhOibHx7-147" edge="1" parent="WIyWlLk6GJQsqaUBKTNV-1" source="6p2dsxlrPh96HhOibHx7-148" style="edgeStyle=orthogonalEdgeStyle;rounded=0;orthogonalLoop=1;jettySize=auto;html=1;exitX=0.5;exitY=0;exitDx=0;exitDy=0;" target="6p2dsxlrPh96HhOibHx7-140">
          <mxGeometry relative="1" as="geometry">
            <Array as="points">
              <mxPoint x="1322" y="560" />
              <mxPoint x="1322" y="540" />
              <mxPoint x="1180" y="540" />
              <mxPoint x="1180" y="308" />
            </Array>
          </mxGeometry>
        </mxCell>
        <mxCell id="6p2dsxlrPh96HhOibHx7-148" parent="WIyWlLk6GJQsqaUBKTNV-1" style="swimlane;fontStyle=1;align=center;verticalAlign=top;childLayout=stackLayout;horizontal=1;startSize=26;horizontalStack=0;resizeParent=1;resizeParentMax=0;resizeLast=0;collapsible=1;marginBottom=0;whiteSpace=wrap;html=1;fillColor=#CCFFE6;" value="&lt;span style=&quot;font-weight: 400; text-align: left;&quot;&gt;&lt;i&gt;OptimizerFactory&lt;/i&gt;&lt;/span&gt;" vertex="1">
          <mxGeometry height="80" width="320" x="1242" y="560" as="geometry" />
        </mxCell>
        <mxCell id="6p2dsxlrPh96HhOibHx7-149" parent="6p2dsxlrPh96HhOibHx7-148" style="line;strokeWidth=1;fillColor=none;align=left;verticalAlign=middle;spacingTop=-1;spacingLeft=3;spacingRight=3;rotatable=0;labelPosition=right;points=[];portConstraint=eastwest;strokeColor=inherit;" value="" vertex="1">
          <mxGeometry height="8" width="320" y="26" as="geometry" />
        </mxCell>
        <mxCell id="6p2dsxlrPh96HhOibHx7-150" parent="6p2dsxlrPh96HhOibHx7-148" style="text;strokeColor=none;fillColor=none;align=left;verticalAlign=top;spacingLeft=4;spacingRight=4;overflow=hidden;rotatable=0;points=[[0,0.5],[1,0.5]];portConstraint=eastwest;whiteSpace=wrap;html=1;" value="&lt;div&gt;+ apply(MetricConfig): sitk.&lt;span style=&quot;background-color: transparent; color: light-dark(rgb(0, 0, 0), rgb(255, 255, 255));&quot;&gt;ImageRegistrationMethod&lt;/span&gt;&lt;/div&gt;" vertex="1">
          <mxGeometry height="46" width="320" y="34" as="geometry" />
        </mxCell>
        <mxCell id="6p2dsxlrPh96HhOibHx7-151" parent="WIyWlLk6GJQsqaUBKTNV-1" style="swimlane;fontStyle=1;align=center;verticalAlign=top;childLayout=stackLayout;horizontal=1;startSize=26;horizontalStack=0;resizeParent=1;resizeParentMax=0;resizeLast=0;collapsible=1;marginBottom=0;whiteSpace=wrap;html=1;fillColor=#CCFFE6;" value="&lt;span style=&quot;font-weight: 400; text-align: left;&quot;&gt;&lt;i&gt;InterpolationFactory&lt;/i&gt;&lt;/span&gt;" vertex="1">
          <mxGeometry height="80" width="320" x="1599.5" y="520" as="geometry" />
        </mxCell>
        <mxCell id="6p2dsxlrPh96HhOibHx7-152" parent="6p2dsxlrPh96HhOibHx7-151" style="line;strokeWidth=1;fillColor=none;align=left;verticalAlign=middle;spacingTop=-1;spacingLeft=3;spacingRight=3;rotatable=0;labelPosition=right;points=[];portConstraint=eastwest;strokeColor=inherit;" value="" vertex="1">
          <mxGeometry height="8" width="320" y="26" as="geometry" />
        </mxCell>
        <mxCell id="6p2dsxlrPh96HhOibHx7-153" edge="1" parent="6p2dsxlrPh96HhOibHx7-151" source="6p2dsxlrPh96HhOibHx7-154" style="edgeStyle=orthogonalEdgeStyle;rounded=0;orthogonalLoop=1;jettySize=auto;html=1;exitX=0;exitY=0.5;exitDx=0;exitDy=0;endArrow=none;endFill=0;">
          <mxGeometry relative="1" as="geometry">
            <Array as="points">
              <mxPoint x="-19" y="57" />
              <mxPoint x="-19" y="177" />
            </Array>
            <mxPoint x="-29.5" y="177" as="targetPoint" />
          </mxGeometry>
        </mxCell>
        <mxCell id="6p2dsxlrPh96HhOibHx7-154" parent="6p2dsxlrPh96HhOibHx7-151" style="text;strokeColor=none;fillColor=none;align=left;verticalAlign=top;spacingLeft=4;spacingRight=4;overflow=hidden;rotatable=0;points=[[0,0.5],[1,0.5]];portConstraint=eastwest;whiteSpace=wrap;html=1;" value="&lt;div&gt;+ apply(MetricConfig): sitk.&lt;span style=&quot;background-color: transparent; color: light-dark(rgb(0, 0, 0), rgb(255, 255, 255));&quot;&gt;ImageRegistrationMethod&lt;/span&gt;&lt;/div&gt;" vertex="1">
          <mxGeometry height="46" width="320" y="34" as="geometry" />
        </mxCell>
        <mxCell id="6p2dsxlrPh96HhOibHx7-155" parent="WIyWlLk6GJQsqaUBKTNV-1" style="swimlane;fontStyle=1;align=center;verticalAlign=top;childLayout=stackLayout;horizontal=1;startSize=26;horizontalStack=0;resizeParent=1;resizeParentMax=0;resizeLast=0;collapsible=1;marginBottom=0;whiteSpace=wrap;html=1;fillColor=#CCFFE6;" value="&lt;span style=&quot;font-weight: 400; text-align: left;&quot;&gt;&lt;i&gt;MultiResolutionFactory&lt;/i&gt;&lt;/span&gt;" vertex="1">
          <mxGeometry height="80" width="320" x="1600.5" y="640" as="geometry" />
        </mxCell>
        <mxCell id="6p2dsxlrPh96HhOibHx7-156" parent="6p2dsxlrPh96HhOibHx7-155" style="line;strokeWidth=1;fillColor=none;align=left;verticalAlign=middle;spacingTop=-1;spacingLeft=3;spacingRight=3;rotatable=0;labelPosition=right;points=[];portConstraint=eastwest;strokeColor=inherit;" value="" vertex="1">
          <mxGeometry height="8" width="320" y="26" as="geometry" />
        </mxCell>
        <mxCell id="6p2dsxlrPh96HhOibHx7-157" edge="1" parent="6p2dsxlrPh96HhOibHx7-155" source="6p2dsxlrPh96HhOibHx7-158" style="edgeStyle=orthogonalEdgeStyle;rounded=0;orthogonalLoop=1;jettySize=auto;html=1;exitX=0;exitY=0.5;exitDx=0;exitDy=0;endArrow=none;endFill=0;">
          <mxGeometry relative="1" as="geometry">
            <Array as="points">
              <mxPoint x="-420" y="57" />
            </Array>
            <mxPoint x="-420.5" y="-100" as="targetPoint" />
          </mxGeometry>
        </mxCell>
        <mxCell id="6p2dsxlrPh96HhOibHx7-158" parent="6p2dsxlrPh96HhOibHx7-155" style="text;strokeColor=none;fillColor=none;align=left;verticalAlign=top;spacingLeft=4;spacingRight=4;overflow=hidden;rotatable=0;points=[[0,0.5],[1,0.5]];portConstraint=eastwest;whiteSpace=wrap;html=1;" value="&lt;div&gt;+ apply(MetricConfig): sitk.&lt;span style=&quot;background-color: transparent; color: light-dark(rgb(0, 0, 0), rgb(255, 255, 255));&quot;&gt;ImageRegistrationMethod&lt;/span&gt;&lt;/div&gt;" vertex="1">
          <mxGeometry height="46" width="320" y="34" as="geometry" />
        </mxCell>
        <mxCell id="6p2dsxlrPh96HhOibHx7-168" edge="1" parent="WIyWlLk6GJQsqaUBKTNV-1" source="6p2dsxlrPh96HhOibHx7-154" style="edgeStyle=orthogonalEdgeStyle;rounded=0;orthogonalLoop=1;jettySize=auto;html=1;exitX=1;exitY=0.5;exitDx=0;exitDy=0;entryX=0.748;entryY=1.013;entryDx=0;entryDy=0;entryPerimeter=0;endArrow=none;endFill=0;startArrow=classic;startFill=1;" target="6p2dsxlrPh96HhOibHx7-95">
          <mxGeometry relative="1" as="geometry">
            <Array as="points">
              <mxPoint x="1940" y="577" />
              <mxPoint x="1940" y="620" />
              <mxPoint x="2480" y="620" />
            </Array>
            <mxPoint x="2049.9999999999995" y="620" as="targetPoint" />
          </mxGeometry>
        </mxCell>
        <mxCell id="6p2dsxlrPh96HhOibHx7-170" parent="WIyWlLk6GJQsqaUBKTNV-1" style="text;html=1;whiteSpace=wrap;strokeColor=none;fillColor=none;align=center;verticalAlign=middle;rounded=0;fontSize=30;" value="🧭" vertex="1">
          <mxGeometry height="40" width="40" x="2420" y="620" as="geometry" />
        </mxCell>
        <mxCell id="6p2dsxlrPh96HhOibHx7-171" parent="WIyWlLk6GJQsqaUBKTNV-1" style="text;html=1;whiteSpace=wrap;strokeColor=none;fillColor=none;align=center;verticalAlign=middle;rounded=0;fontSize=30;" value="🧭" vertex="1">
          <mxGeometry height="40" width="40" x="2420" y="500" as="geometry" />
        </mxCell>
        <mxCell id="6p2dsxlrPh96HhOibHx7-172" parent="WIyWlLk6GJQsqaUBKTNV-1" style="text;html=1;whiteSpace=wrap;strokeColor=none;fillColor=none;align=center;verticalAlign=middle;rounded=0;fontSize=30;" value="🧭" vertex="1">
          <mxGeometry height="40" width="40" x="2060" y="380" as="geometry" />
        </mxCell>
        <mxCell id="6p2dsxlrPh96HhOibHx7-173" parent="WIyWlLk6GJQsqaUBKTNV-1" style="text;html=1;whiteSpace=wrap;strokeColor=none;fillColor=none;align=center;verticalAlign=middle;rounded=0;fontSize=30;" value="🧭" vertex="1">
          <mxGeometry height="40" width="40" x="2060" y="220" as="geometry" />
        </mxCell>
        <mxCell id="6p2dsxlrPh96HhOibHx7-174" parent="WIyWlLk6GJQsqaUBKTNV-1" style="text;html=1;whiteSpace=wrap;strokeColor=none;fillColor=none;align=center;verticalAlign=middle;rounded=0;fontSize=30;" value="🔧" vertex="1">
          <mxGeometry height="40" width="40" x="2580" y="300" as="geometry" />
        </mxCell>
        <mxCell id="6p2dsxlrPh96HhOibHx7-175" parent="WIyWlLk6GJQsqaUBKTNV-1" style="text;html=1;whiteSpace=wrap;strokeColor=none;fillColor=none;align=center;verticalAlign=middle;rounded=0;fontSize=30;" value="🔧" vertex="1">
          <mxGeometry height="40" width="40" x="1540" y="540" as="geometry" />
        </mxCell>
        <mxCell id="6p2dsxlrPh96HhOibHx7-176" parent="WIyWlLk6GJQsqaUBKTNV-1" style="text;html=1;whiteSpace=wrap;strokeColor=none;fillColor=none;align=center;verticalAlign=middle;rounded=0;fontSize=30;" value="🔧" vertex="1">
          <mxGeometry height="40" width="40" x="1900" y="620" as="geometry" />
        </mxCell>
        <mxCell id="6p2dsxlrPh96HhOibHx7-177" parent="WIyWlLk6GJQsqaUBKTNV-1" style="text;html=1;whiteSpace=wrap;strokeColor=none;fillColor=none;align=center;verticalAlign=middle;rounded=0;fontSize=30;" value="🔧" vertex="1">
          <mxGeometry height="40" width="40" x="1900" y="500" as="geometry" />
        </mxCell>
        <mxCell id="6p2dsxlrPh96HhOibHx7-178" parent="WIyWlLk6GJQsqaUBKTNV-1" style="text;html=1;whiteSpace=wrap;strokeColor=none;fillColor=none;align=center;verticalAlign=middle;rounded=0;fontSize=30;" value="🔧" vertex="1">
          <mxGeometry height="40" width="40" x="1540" y="420" as="geometry" />
        </mxCell>
        <mxCell id="6p2dsxlrPh96HhOibHx7-179" parent="WIyWlLk6GJQsqaUBKTNV-1" style="text;html=1;whiteSpace=wrap;strokeColor=none;fillColor=none;align=center;verticalAlign=middle;rounded=0;fontSize=30;" value="🔧" vertex="1">
          <mxGeometry height="40" width="40" x="1540" y="220" as="geometry" />
        </mxCell>
        <mxCell id="6p2dsxlrPh96HhOibHx7-180" parent="WIyWlLk6GJQsqaUBKTNV-1" style="text;html=1;whiteSpace=wrap;strokeColor=none;fillColor=none;align=center;verticalAlign=middle;rounded=0;fontSize=30;" value="⚙️" vertex="1">
          <mxGeometry height="40" width="40" x="2780" y="300" as="geometry" />
        </mxCell>
        <mxCell id="6p2dsxlrPh96HhOibHx7-181" parent="WIyWlLk6GJQsqaUBKTNV-1" style="text;html=1;whiteSpace=wrap;strokeColor=none;fillColor=none;align=center;verticalAlign=middle;rounded=0;fontSize=30;" value="⚙️" vertex="1">
          <mxGeometry height="40" width="40" x="2780" y="180" as="geometry" />
        </mxCell>
        <mxCell id="6p2dsxlrPh96HhOibHx7-182" parent="WIyWlLk6GJQsqaUBKTNV-1" style="text;html=1;whiteSpace=wrap;strokeColor=none;fillColor=none;align=center;verticalAlign=middle;rounded=0;fontSize=30;" value="⚙️" vertex="1">
          <mxGeometry height="40" width="40" x="2780" y="60" as="geometry" />
        </mxCell>
        <mxCell id="6p2dsxlrPh96HhOibHx7-183" parent="WIyWlLk6GJQsqaUBKTNV-1" style="text;html=1;whiteSpace=wrap;strokeColor=none;fillColor=none;align=center;verticalAlign=middle;rounded=0;fontSize=30;" value="⚙️" vertex="1">
          <mxGeometry height="40" width="40" x="2500" y="60" as="geometry" />
        </mxCell>
        <mxCell id="6p2dsxlrPh96HhOibHx7-184" parent="WIyWlLk6GJQsqaUBKTNV-1" style="text;html=1;whiteSpace=wrap;strokeColor=none;fillColor=none;align=center;verticalAlign=middle;rounded=0;fontSize=30;" value="⚙️" vertex="1">
          <mxGeometry height="40" width="40" x="2180" y="60" as="geometry" />
        </mxCell>
        <mxCell id="6p2dsxlrPh96HhOibHx7-185" parent="WIyWlLk6GJQsqaUBKTNV-1" style="text;html=1;whiteSpace=wrap;strokeColor=none;fillColor=none;align=center;verticalAlign=middle;rounded=0;fontSize=30;" value="🧩" vertex="1">
          <mxGeometry height="40" width="40" x="1900" y="60" as="geometry" />
        </mxCell>
        <mxCell id="6p2dsxlrPh96HhOibHx7-186" parent="WIyWlLk6GJQsqaUBKTNV-1" style="text;html=1;whiteSpace=wrap;strokeColor=none;fillColor=none;align=center;verticalAlign=middle;rounded=0;fontSize=30;" value="🧩" vertex="1">
          <mxGeometry height="40" width="40" x="1460" y="60" as="geometry" />
        </mxCell>
      </root>
    </mxGraphModel>
  </diagram>
</mxfile>
